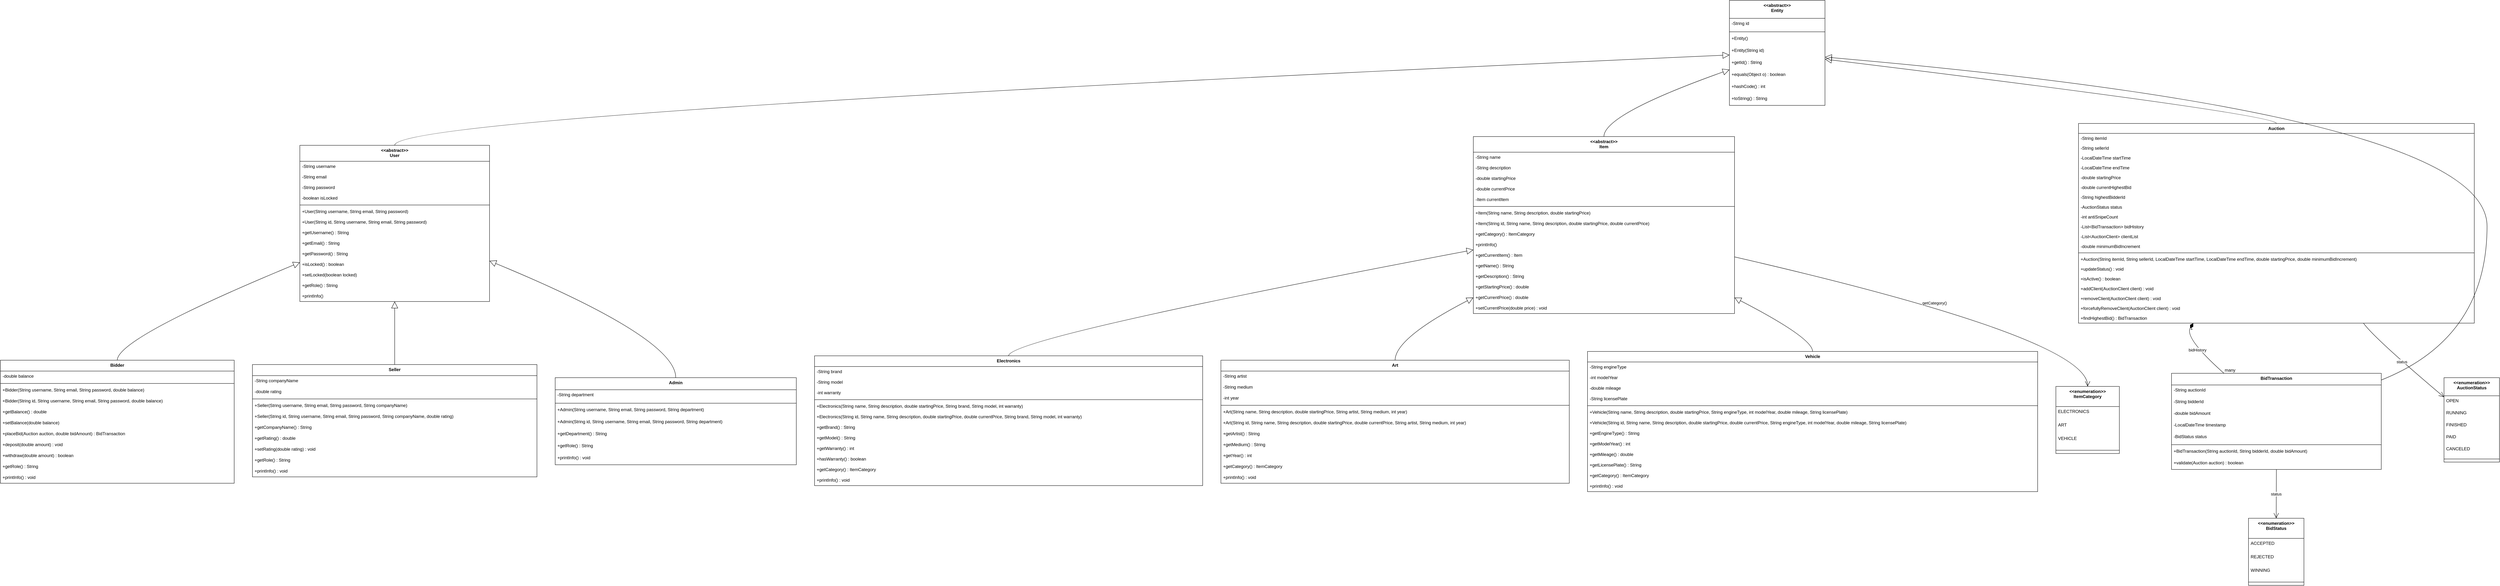
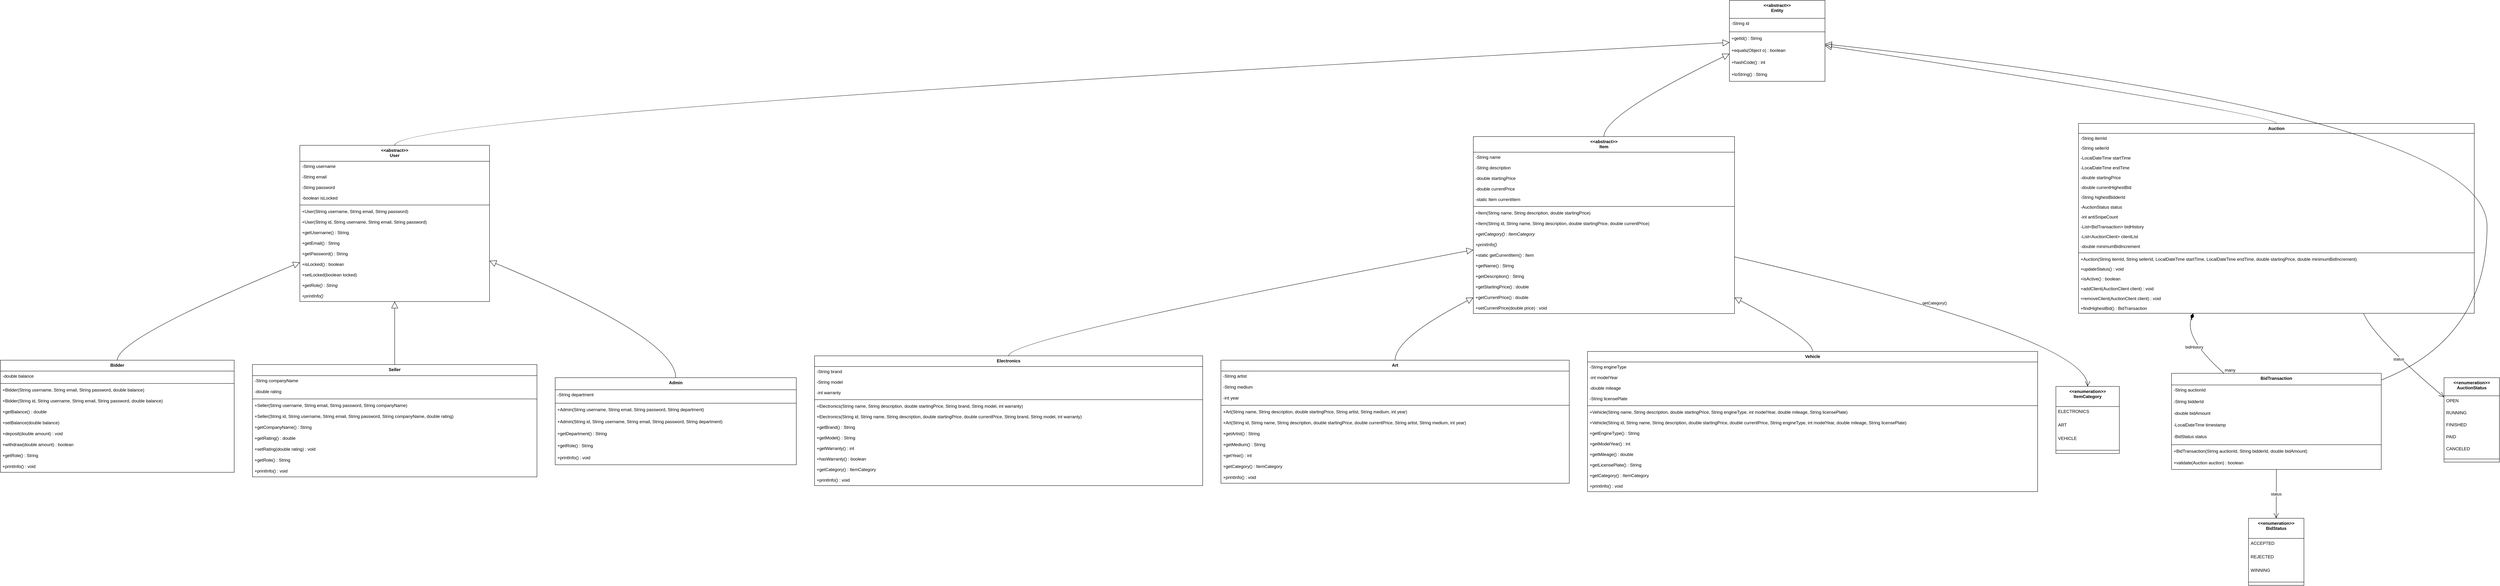
<mxfile host="Electron" agent="Mozilla/5.0 (Windows NT 10.0; Win64; x64) AppleWebKit/537.36 (KHTML, like Gecko) draw.io/29.6.1 Chrome/142.0.7444.265 Electron/39.8.0 Safari/537.36" version="29.6.1">
  <diagram name="Page-1" id="rOYq1dpTqhYQIcbEDvdS">
-     <mxGraphModel dx="4044" dy="2016" grid="1" gridSize="10" guides="1" tooltips="1" connect="1" arrows="1" fold="1" page="1" pageScale="1" pageWidth="850" pageHeight="1100" math="0" shadow="0">
+     <mxGraphModel dx="1123" dy="737" grid="1" gridSize="10" guides="1" tooltips="1" connect="1" arrows="1" fold="1" page="1" pageScale="1" pageWidth="850" pageHeight="1100" math="0" shadow="0">
      <root>
        <mxCell id="0" />
        <mxCell id="1" parent="0" />
        <mxCell id="Z0nGbswSWOeB_pwjrsik-1" parent="1" style="swimlane;fontStyle=1;align=center;verticalAlign=top;childLayout=stackLayout;horizontal=1;startSize=49.41176470588235;horizontalStack=0;resizeParent=1;resizeParentMax=0;resizeLast=0;collapsible=0;marginBottom=0;" value="&lt;&lt;abstract&gt;&gt;&#xa;Entity" vertex="1">
-           <mxGeometry height="288.4117647058823" width="262" x="4760" y="20" as="geometry" />
+           <mxGeometry height="222.41176470588235" width="262" x="4760" y="20" as="geometry" />
        </mxCell>
        <mxCell id="Z0nGbswSWOeB_pwjrsik-2" parent="Z0nGbswSWOeB_pwjrsik-1" style="text;strokeColor=none;fillColor=none;align=left;verticalAlign=top;spacingLeft=4;spacingRight=4;overflow=hidden;rotatable=0;points=[[0,0.5],[1,0.5]];portConstraint=eastwest;" value="-String id" vertex="1">
          <mxGeometry height="33" width="262" y="49.41176470588235" as="geometry" />
        </mxCell>
        <mxCell id="Z0nGbswSWOeB_pwjrsik-3" parent="Z0nGbswSWOeB_pwjrsik-1" style="line;strokeWidth=1;fillColor=none;align=left;verticalAlign=middle;spacingTop=-1;spacingLeft=3;spacingRight=3;rotatable=0;labelPosition=right;points=[];portConstraint=eastwest;strokeColor=inherit;" vertex="1">
          <mxGeometry height="8" width="262" y="82.41176470588235" as="geometry" />
        </mxCell>
-         <mxCell id="Z0nGbswSWOeB_pwjrsik-4" parent="Z0nGbswSWOeB_pwjrsik-1" style="text;strokeColor=none;fillColor=none;align=left;verticalAlign=top;spacingLeft=4;spacingRight=4;overflow=hidden;rotatable=0;points=[[0,0.5],[1,0.5]];portConstraint=eastwest;" value="+Entity()" vertex="1">
+         <mxCell id="Z0nGbswSWOeB_pwjrsik-6" parent="Z0nGbswSWOeB_pwjrsik-1" style="text;strokeColor=none;fillColor=none;align=left;verticalAlign=top;spacingLeft=4;spacingRight=4;overflow=hidden;rotatable=0;points=[[0,0.5],[1,0.5]];portConstraint=eastwest;" value="+getId() : String" vertex="1">
          <mxGeometry height="33" width="262" y="90.41176470588235" as="geometry" />
        </mxCell>
-         <mxCell id="Z0nGbswSWOeB_pwjrsik-5" parent="Z0nGbswSWOeB_pwjrsik-1" style="text;strokeColor=none;fillColor=none;align=left;verticalAlign=top;spacingLeft=4;spacingRight=4;overflow=hidden;rotatable=0;points=[[0,0.5],[1,0.5]];portConstraint=eastwest;" value="+Entity(String id)" vertex="1">
+         <mxCell id="Z0nGbswSWOeB_pwjrsik-7" parent="Z0nGbswSWOeB_pwjrsik-1" style="text;strokeColor=none;fillColor=none;align=left;verticalAlign=top;spacingLeft=4;spacingRight=4;overflow=hidden;rotatable=0;points=[[0,0.5],[1,0.5]];portConstraint=eastwest;" value="+equals(Object o) : boolean" vertex="1">
          <mxGeometry height="33" width="262" y="123.41176470588235" as="geometry" />
        </mxCell>
-         <mxCell id="Z0nGbswSWOeB_pwjrsik-6" parent="Z0nGbswSWOeB_pwjrsik-1" style="text;strokeColor=none;fillColor=none;align=left;verticalAlign=top;spacingLeft=4;spacingRight=4;overflow=hidden;rotatable=0;points=[[0,0.5],[1,0.5]];portConstraint=eastwest;" value="+getId() : String" vertex="1">
+         <mxCell id="Z0nGbswSWOeB_pwjrsik-8" parent="Z0nGbswSWOeB_pwjrsik-1" style="text;strokeColor=none;fillColor=none;align=left;verticalAlign=top;spacingLeft=4;spacingRight=4;overflow=hidden;rotatable=0;points=[[0,0.5],[1,0.5]];portConstraint=eastwest;" value="+hashCode() : int" vertex="1">
          <mxGeometry height="33" width="262" y="156.41176470588235" as="geometry" />
        </mxCell>
-         <mxCell id="Z0nGbswSWOeB_pwjrsik-7" parent="Z0nGbswSWOeB_pwjrsik-1" style="text;strokeColor=none;fillColor=none;align=left;verticalAlign=top;spacingLeft=4;spacingRight=4;overflow=hidden;rotatable=0;points=[[0,0.5],[1,0.5]];portConstraint=eastwest;" value="+equals(Object o) : boolean" vertex="1">
+         <mxCell id="Z0nGbswSWOeB_pwjrsik-9" parent="Z0nGbswSWOeB_pwjrsik-1" style="text;strokeColor=none;fillColor=none;align=left;verticalAlign=top;spacingLeft=4;spacingRight=4;overflow=hidden;rotatable=0;points=[[0,0.5],[1,0.5]];portConstraint=eastwest;" value="+toString() : String" vertex="1">
          <mxGeometry height="33" width="262" y="189.41176470588235" as="geometry" />
-         </mxCell>
-         <mxCell id="Z0nGbswSWOeB_pwjrsik-8" parent="Z0nGbswSWOeB_pwjrsik-1" style="text;strokeColor=none;fillColor=none;align=left;verticalAlign=top;spacingLeft=4;spacingRight=4;overflow=hidden;rotatable=0;points=[[0,0.5],[1,0.5]];portConstraint=eastwest;" value="+hashCode() : int" vertex="1">
-           <mxGeometry height="33" width="262" y="222.41176470588235" as="geometry" />
-         </mxCell>
-         <mxCell id="Z0nGbswSWOeB_pwjrsik-9" parent="Z0nGbswSWOeB_pwjrsik-1" style="text;strokeColor=none;fillColor=none;align=left;verticalAlign=top;spacingLeft=4;spacingRight=4;overflow=hidden;rotatable=0;points=[[0,0.5],[1,0.5]];portConstraint=eastwest;" value="+toString() : String" vertex="1">
-           <mxGeometry height="33" width="262" y="255.41176470588235" as="geometry" />
        </mxCell>
        <mxCell id="Z0nGbswSWOeB_pwjrsik-10" parent="1" style="swimlane;fontStyle=1;align=center;verticalAlign=top;childLayout=stackLayout;horizontal=1;startSize=43.862068965517246;horizontalStack=0;resizeParent=1;resizeParentMax=0;resizeLast=0;collapsible=0;marginBottom=0;" value="&lt;&lt;abstract&gt;&gt;&#xa;User" vertex="1">
          <mxGeometry height="428.8620689655172" width="520" x="841" y="418" as="geometry" />
        </mxCell>
        <mxCell id="Z0nGbswSWOeB_pwjrsik-11" parent="Z0nGbswSWOeB_pwjrsik-10" style="text;strokeColor=none;fillColor=none;align=left;verticalAlign=top;spacingLeft=4;spacingRight=4;overflow=hidden;rotatable=0;points=[[0,0.5],[1,0.5]];portConstraint=eastwest;" value="-String username" vertex="1">
          <mxGeometry height="29" width="520" y="43.862068965517246" as="geometry" />
        </mxCell>
        <mxCell id="Z0nGbswSWOeB_pwjrsik-12" parent="Z0nGbswSWOeB_pwjrsik-10" style="text;strokeColor=none;fillColor=none;align=left;verticalAlign=top;spacingLeft=4;spacingRight=4;overflow=hidden;rotatable=0;points=[[0,0.5],[1,0.5]];portConstraint=eastwest;" value="-String email" vertex="1">
          <mxGeometry height="29" width="520" y="72.86206896551724" as="geometry" />
        </mxCell>
        <mxCell id="Z0nGbswSWOeB_pwjrsik-13" parent="Z0nGbswSWOeB_pwjrsik-10" style="text;strokeColor=none;fillColor=none;align=left;verticalAlign=top;spacingLeft=4;spacingRight=4;overflow=hidden;rotatable=0;points=[[0,0.5],[1,0.5]];portConstraint=eastwest;" value="-String password" vertex="1">
          <mxGeometry height="29" width="520" y="101.86206896551724" as="geometry" />
        </mxCell>
        <mxCell id="Z0nGbswSWOeB_pwjrsik-14" parent="Z0nGbswSWOeB_pwjrsik-10" style="text;strokeColor=none;fillColor=none;align=left;verticalAlign=top;spacingLeft=4;spacingRight=4;overflow=hidden;rotatable=0;points=[[0,0.5],[1,0.5]];portConstraint=eastwest;" value="-boolean isLocked" vertex="1">
          <mxGeometry height="29" width="520" y="130.86206896551724" as="geometry" />
        </mxCell>
        <mxCell id="Z0nGbswSWOeB_pwjrsik-15" parent="Z0nGbswSWOeB_pwjrsik-10" style="line;strokeWidth=1;fillColor=none;align=left;verticalAlign=middle;spacingTop=-1;spacingLeft=3;spacingRight=3;rotatable=0;labelPosition=right;points=[];portConstraint=eastwest;strokeColor=inherit;" vertex="1">
          <mxGeometry height="8" width="520" y="159.86206896551724" as="geometry" />
        </mxCell>
        <mxCell id="Z0nGbswSWOeB_pwjrsik-16" parent="Z0nGbswSWOeB_pwjrsik-10" style="text;strokeColor=none;fillColor=none;align=left;verticalAlign=top;spacingLeft=4;spacingRight=4;overflow=hidden;rotatable=0;points=[[0,0.5],[1,0.5]];portConstraint=eastwest;" value="+User(String username, String email, String password)" vertex="1">
          <mxGeometry height="29" width="520" y="167.86206896551724" as="geometry" />
        </mxCell>
        <mxCell id="Z0nGbswSWOeB_pwjrsik-17" parent="Z0nGbswSWOeB_pwjrsik-10" style="text;strokeColor=none;fillColor=none;align=left;verticalAlign=top;spacingLeft=4;spacingRight=4;overflow=hidden;rotatable=0;points=[[0,0.5],[1,0.5]];portConstraint=eastwest;" value="+User(String id, String username, String email, String password)" vertex="1">
          <mxGeometry height="29" width="520" y="196.86206896551724" as="geometry" />
        </mxCell>
        <mxCell id="Z0nGbswSWOeB_pwjrsik-18" parent="Z0nGbswSWOeB_pwjrsik-10" style="text;strokeColor=none;fillColor=none;align=left;verticalAlign=top;spacingLeft=4;spacingRight=4;overflow=hidden;rotatable=0;points=[[0,0.5],[1,0.5]];portConstraint=eastwest;" value="+getUsername() : String" vertex="1">
          <mxGeometry height="29" width="520" y="225.86206896551724" as="geometry" />
        </mxCell>
        <mxCell id="Z0nGbswSWOeB_pwjrsik-19" parent="Z0nGbswSWOeB_pwjrsik-10" style="text;strokeColor=none;fillColor=none;align=left;verticalAlign=top;spacingLeft=4;spacingRight=4;overflow=hidden;rotatable=0;points=[[0,0.5],[1,0.5]];portConstraint=eastwest;" value="+getEmail() : String" vertex="1">
          <mxGeometry height="29" width="520" y="254.86206896551724" as="geometry" />
        </mxCell>
        <mxCell id="Z0nGbswSWOeB_pwjrsik-20" parent="Z0nGbswSWOeB_pwjrsik-10" style="text;strokeColor=none;fillColor=none;align=left;verticalAlign=top;spacingLeft=4;spacingRight=4;overflow=hidden;rotatable=0;points=[[0,0.5],[1,0.5]];portConstraint=eastwest;" value="+getPassword() : String" vertex="1">
          <mxGeometry height="29" width="520" y="283.8620689655172" as="geometry" />
        </mxCell>
        <mxCell id="Z0nGbswSWOeB_pwjrsik-21" parent="Z0nGbswSWOeB_pwjrsik-10" style="text;strokeColor=none;fillColor=none;align=left;verticalAlign=top;spacingLeft=4;spacingRight=4;overflow=hidden;rotatable=0;points=[[0,0.5],[1,0.5]];portConstraint=eastwest;" value="+isLocked() : boolean" vertex="1">
          <mxGeometry height="29" width="520" y="312.8620689655172" as="geometry" />
        </mxCell>
        <mxCell id="Z0nGbswSWOeB_pwjrsik-22" parent="Z0nGbswSWOeB_pwjrsik-10" style="text;strokeColor=none;fillColor=none;align=left;verticalAlign=top;spacingLeft=4;spacingRight=4;overflow=hidden;rotatable=0;points=[[0,0.5],[1,0.5]];portConstraint=eastwest;" value="+setLocked(boolean locked)" vertex="1">
          <mxGeometry height="29" width="520" y="341.8620689655172" as="geometry" />
        </mxCell>
-         <mxCell id="Z0nGbswSWOeB_pwjrsik-23" parent="Z0nGbswSWOeB_pwjrsik-10" style="text;strokeColor=none;fillColor=none;align=left;verticalAlign=top;spacingLeft=4;spacingRight=4;overflow=hidden;rotatable=0;points=[[0,0.5],[1,0.5]];portConstraint=eastwest;" value="+getRole() : String" vertex="1">
+         <mxCell id="Z0nGbswSWOeB_pwjrsik-23" parent="Z0nGbswSWOeB_pwjrsik-10" style="text;strokeColor=none;fillColor=none;align=left;verticalAlign=top;spacingLeft=4;spacingRight=4;overflow=hidden;rotatable=0;points=[[0,0.5],[1,0.5]];portConstraint=eastwest;fontStyle=2" value="+getRole() : String" vertex="1">
          <mxGeometry height="29" width="520" y="370.8620689655172" as="geometry" />
        </mxCell>
-         <mxCell id="Z0nGbswSWOeB_pwjrsik-24" parent="Z0nGbswSWOeB_pwjrsik-10" style="text;strokeColor=none;fillColor=none;align=left;verticalAlign=top;spacingLeft=4;spacingRight=4;overflow=hidden;rotatable=0;points=[[0,0.5],[1,0.5]];portConstraint=eastwest;" value="+printInfo()" vertex="1">
+         <mxCell id="Z0nGbswSWOeB_pwjrsik-24" parent="Z0nGbswSWOeB_pwjrsik-10" style="text;strokeColor=none;fillColor=none;align=left;verticalAlign=top;spacingLeft=4;spacingRight=4;overflow=hidden;rotatable=0;points=[[0,0.5],[1,0.5]];portConstraint=eastwest;fontStyle=2" value="+printInfo()" vertex="1">
          <mxGeometry height="29" width="520" y="399.8620689655172" as="geometry" />
        </mxCell>
        <mxCell id="Z0nGbswSWOeB_pwjrsik-25" parent="1" style="swimlane;fontStyle=1;align=center;verticalAlign=top;childLayout=stackLayout;horizontal=1;startSize=29.818181818181817;horizontalStack=0;resizeParent=1;resizeParentMax=0;resizeLast=0;collapsible=0;marginBottom=0;" value="Bidder" vertex="1">
-           <mxGeometry height="337.8181818181818" width="641" x="20" y="1008" as="geometry" />
+           <mxGeometry height="307.8181818181818" width="641" x="20" y="1008" as="geometry" />
        </mxCell>
        <mxCell id="Z0nGbswSWOeB_pwjrsik-26" parent="Z0nGbswSWOeB_pwjrsik-25" style="text;strokeColor=none;fillColor=none;align=left;verticalAlign=top;spacingLeft=4;spacingRight=4;overflow=hidden;rotatable=0;points=[[0,0.5],[1,0.5]];portConstraint=eastwest;" value="-double balance" vertex="1">
          <mxGeometry height="30" width="641" y="29.818181818181817" as="geometry" />
        </mxCell>
        <mxCell id="Z0nGbswSWOeB_pwjrsik-27" parent="Z0nGbswSWOeB_pwjrsik-25" style="line;strokeWidth=1;fillColor=none;align=left;verticalAlign=middle;spacingTop=-1;spacingLeft=3;spacingRight=3;rotatable=0;labelPosition=right;points=[];portConstraint=eastwest;strokeColor=inherit;" vertex="1">
          <mxGeometry height="8" width="641" y="59.81818181818181" as="geometry" />
        </mxCell>
        <mxCell id="Z0nGbswSWOeB_pwjrsik-28" parent="Z0nGbswSWOeB_pwjrsik-25" style="text;strokeColor=none;fillColor=none;align=left;verticalAlign=top;spacingLeft=4;spacingRight=4;overflow=hidden;rotatable=0;points=[[0,0.5],[1,0.5]];portConstraint=eastwest;" value="+Bidder(String username, String email, String password, double balance)" vertex="1">
          <mxGeometry height="30" width="641" y="67.81818181818181" as="geometry" />
        </mxCell>
        <mxCell id="Z0nGbswSWOeB_pwjrsik-29" parent="Z0nGbswSWOeB_pwjrsik-25" style="text;strokeColor=none;fillColor=none;align=left;verticalAlign=top;spacingLeft=4;spacingRight=4;overflow=hidden;rotatable=0;points=[[0,0.5],[1,0.5]];portConstraint=eastwest;" value="+Bidder(String id, String username, String email, String password, double balance)" vertex="1">
          <mxGeometry height="30" width="641" y="97.81818181818181" as="geometry" />
        </mxCell>
        <mxCell id="Z0nGbswSWOeB_pwjrsik-30" parent="Z0nGbswSWOeB_pwjrsik-25" style="text;strokeColor=none;fillColor=none;align=left;verticalAlign=top;spacingLeft=4;spacingRight=4;overflow=hidden;rotatable=0;points=[[0,0.5],[1,0.5]];portConstraint=eastwest;" value="+getBalance() : double" vertex="1">
          <mxGeometry height="30" width="641" y="127.81818181818181" as="geometry" />
        </mxCell>
        <mxCell id="Z0nGbswSWOeB_pwjrsik-31" parent="Z0nGbswSWOeB_pwjrsik-25" style="text;strokeColor=none;fillColor=none;align=left;verticalAlign=top;spacingLeft=4;spacingRight=4;overflow=hidden;rotatable=0;points=[[0,0.5],[1,0.5]];portConstraint=eastwest;" value="+setBalance(double balance)" vertex="1">
          <mxGeometry height="30" width="641" y="157.8181818181818" as="geometry" />
        </mxCell>
-         <mxCell id="Z0nGbswSWOeB_pwjrsik-32" parent="Z0nGbswSWOeB_pwjrsik-25" style="text;strokeColor=none;fillColor=none;align=left;verticalAlign=top;spacingLeft=4;spacingRight=4;overflow=hidden;rotatable=0;points=[[0,0.5],[1,0.5]];portConstraint=eastwest;" value="+placeBid(Auction auction, double bidAmount) : BidTransaction" vertex="1">
+         <mxCell id="Z0nGbswSWOeB_pwjrsik-33" parent="Z0nGbswSWOeB_pwjrsik-25" style="text;strokeColor=none;fillColor=none;align=left;verticalAlign=top;spacingLeft=4;spacingRight=4;overflow=hidden;rotatable=0;points=[[0,0.5],[1,0.5]];portConstraint=eastwest;" value="+deposit(double amount) : void" vertex="1">
          <mxGeometry height="30" width="641" y="187.8181818181818" as="geometry" />
        </mxCell>
-         <mxCell id="Z0nGbswSWOeB_pwjrsik-33" parent="Z0nGbswSWOeB_pwjrsik-25" style="text;strokeColor=none;fillColor=none;align=left;verticalAlign=top;spacingLeft=4;spacingRight=4;overflow=hidden;rotatable=0;points=[[0,0.5],[1,0.5]];portConstraint=eastwest;" value="+deposit(double amount) : void" vertex="1">
+         <mxCell id="Z0nGbswSWOeB_pwjrsik-34" parent="Z0nGbswSWOeB_pwjrsik-25" style="text;strokeColor=none;fillColor=none;align=left;verticalAlign=top;spacingLeft=4;spacingRight=4;overflow=hidden;rotatable=0;points=[[0,0.5],[1,0.5]];portConstraint=eastwest;" value="+withdraw(double amount) : boolean" vertex="1">
          <mxGeometry height="30" width="641" y="217.8181818181818" as="geometry" />
        </mxCell>
-         <mxCell id="Z0nGbswSWOeB_pwjrsik-34" parent="Z0nGbswSWOeB_pwjrsik-25" style="text;strokeColor=none;fillColor=none;align=left;verticalAlign=top;spacingLeft=4;spacingRight=4;overflow=hidden;rotatable=0;points=[[0,0.5],[1,0.5]];portConstraint=eastwest;" value="+withdraw(double amount) : boolean" vertex="1">
+         <mxCell id="Z0nGbswSWOeB_pwjrsik-35" parent="Z0nGbswSWOeB_pwjrsik-25" style="text;strokeColor=none;fillColor=none;align=left;verticalAlign=top;spacingLeft=4;spacingRight=4;overflow=hidden;rotatable=0;points=[[0,0.5],[1,0.5]];portConstraint=eastwest;" value="+getRole() : String" vertex="1">
          <mxGeometry height="30" width="641" y="247.8181818181818" as="geometry" />
        </mxCell>
-         <mxCell id="Z0nGbswSWOeB_pwjrsik-35" parent="Z0nGbswSWOeB_pwjrsik-25" style="text;strokeColor=none;fillColor=none;align=left;verticalAlign=top;spacingLeft=4;spacingRight=4;overflow=hidden;rotatable=0;points=[[0,0.5],[1,0.5]];portConstraint=eastwest;" value="+getRole() : String" vertex="1">
+         <mxCell id="Z0nGbswSWOeB_pwjrsik-36" parent="Z0nGbswSWOeB_pwjrsik-25" style="text;strokeColor=none;fillColor=none;align=left;verticalAlign=top;spacingLeft=4;spacingRight=4;overflow=hidden;rotatable=0;points=[[0,0.5],[1,0.5]];portConstraint=eastwest;" value="+printInfo() : void" vertex="1">
          <mxGeometry height="30" width="641" y="277.8181818181818" as="geometry" />
-         </mxCell>
-         <mxCell id="Z0nGbswSWOeB_pwjrsik-36" parent="Z0nGbswSWOeB_pwjrsik-25" style="text;strokeColor=none;fillColor=none;align=left;verticalAlign=top;spacingLeft=4;spacingRight=4;overflow=hidden;rotatable=0;points=[[0,0.5],[1,0.5]];portConstraint=eastwest;" value="+printInfo() : void" vertex="1">
-           <mxGeometry height="30" width="641" y="307.8181818181818" as="geometry" />
        </mxCell>
        <mxCell id="Z0nGbswSWOeB_pwjrsik-37" parent="1" style="swimlane;fontStyle=1;align=center;verticalAlign=top;childLayout=stackLayout;horizontal=1;startSize=30.4;horizontalStack=0;resizeParent=1;resizeParentMax=0;resizeLast=0;collapsible=0;marginBottom=0;" value="Seller" vertex="1">
          <mxGeometry height="308.4" width="780" x="711" y="1020" as="geometry" />
        </mxCell>
        <mxCell id="Z0nGbswSWOeB_pwjrsik-38" parent="Z0nGbswSWOeB_pwjrsik-37" style="text;strokeColor=none;fillColor=none;align=left;verticalAlign=top;spacingLeft=4;spacingRight=4;overflow=hidden;rotatable=0;points=[[0,0.5],[1,0.5]];portConstraint=eastwest;" value="-String companyName" vertex="1">
          <mxGeometry height="30" width="780" y="30.4" as="geometry" />
        </mxCell>
        <mxCell id="Z0nGbswSWOeB_pwjrsik-39" parent="Z0nGbswSWOeB_pwjrsik-37" style="text;strokeColor=none;fillColor=none;align=left;verticalAlign=top;spacingLeft=4;spacingRight=4;overflow=hidden;rotatable=0;points=[[0,0.5],[1,0.5]];portConstraint=eastwest;" value="-double rating" vertex="1">
          <mxGeometry height="30" width="780" y="60.4" as="geometry" />
        </mxCell>
        <mxCell id="Z0nGbswSWOeB_pwjrsik-40" parent="Z0nGbswSWOeB_pwjrsik-37" style="line;strokeWidth=1;fillColor=none;align=left;verticalAlign=middle;spacingTop=-1;spacingLeft=3;spacingRight=3;rotatable=0;labelPosition=right;points=[];portConstraint=eastwest;strokeColor=inherit;" vertex="1">
          <mxGeometry height="8" width="780" y="90.4" as="geometry" />
        </mxCell>
        <mxCell id="Z0nGbswSWOeB_pwjrsik-41" parent="Z0nGbswSWOeB_pwjrsik-37" style="text;strokeColor=none;fillColor=none;align=left;verticalAlign=top;spacingLeft=4;spacingRight=4;overflow=hidden;rotatable=0;points=[[0,0.5],[1,0.5]];portConstraint=eastwest;" value="+Seller(String username, String email, String password, String companyName)" vertex="1">
          <mxGeometry height="30" width="780" y="98.4" as="geometry" />
        </mxCell>
        <mxCell id="Z0nGbswSWOeB_pwjrsik-42" parent="Z0nGbswSWOeB_pwjrsik-37" style="text;strokeColor=none;fillColor=none;align=left;verticalAlign=top;spacingLeft=4;spacingRight=4;overflow=hidden;rotatable=0;points=[[0,0.5],[1,0.5]];portConstraint=eastwest;" value="+Seller(String id, String username, String email, String password, String companyName, double rating)" vertex="1">
          <mxGeometry height="30" width="780" y="128.4" as="geometry" />
        </mxCell>
        <mxCell id="Z0nGbswSWOeB_pwjrsik-43" parent="Z0nGbswSWOeB_pwjrsik-37" style="text;strokeColor=none;fillColor=none;align=left;verticalAlign=top;spacingLeft=4;spacingRight=4;overflow=hidden;rotatable=0;points=[[0,0.5],[1,0.5]];portConstraint=eastwest;" value="+getCompanyName() : String" vertex="1">
          <mxGeometry height="30" width="780" y="158.4" as="geometry" />
        </mxCell>
        <mxCell id="Z0nGbswSWOeB_pwjrsik-44" parent="Z0nGbswSWOeB_pwjrsik-37" style="text;strokeColor=none;fillColor=none;align=left;verticalAlign=top;spacingLeft=4;spacingRight=4;overflow=hidden;rotatable=0;points=[[0,0.5],[1,0.5]];portConstraint=eastwest;" value="+getRating() : double" vertex="1">
          <mxGeometry height="30" width="780" y="188.4" as="geometry" />
        </mxCell>
        <mxCell id="Z0nGbswSWOeB_pwjrsik-45" parent="Z0nGbswSWOeB_pwjrsik-37" style="text;strokeColor=none;fillColor=none;align=left;verticalAlign=top;spacingLeft=4;spacingRight=4;overflow=hidden;rotatable=0;points=[[0,0.5],[1,0.5]];portConstraint=eastwest;" value="+setRating(double rating) : void" vertex="1">
          <mxGeometry height="30" width="780" y="218.4" as="geometry" />
        </mxCell>
        <mxCell id="Z0nGbswSWOeB_pwjrsik-46" parent="Z0nGbswSWOeB_pwjrsik-37" style="text;strokeColor=none;fillColor=none;align=left;verticalAlign=top;spacingLeft=4;spacingRight=4;overflow=hidden;rotatable=0;points=[[0,0.5],[1,0.5]];portConstraint=eastwest;" value="+getRole() : String" vertex="1">
          <mxGeometry height="30" width="780" y="248.4" as="geometry" />
        </mxCell>
        <mxCell id="Z0nGbswSWOeB_pwjrsik-47" parent="Z0nGbswSWOeB_pwjrsik-37" style="text;strokeColor=none;fillColor=none;align=left;verticalAlign=top;spacingLeft=4;spacingRight=4;overflow=hidden;rotatable=0;points=[[0,0.5],[1,0.5]];portConstraint=eastwest;" value="+printInfo() : void" vertex="1">
          <mxGeometry height="30" width="780" y="278.4" as="geometry" />
        </mxCell>
        <mxCell id="Z0nGbswSWOeB_pwjrsik-48" parent="1" style="swimlane;fontStyle=1;align=center;verticalAlign=top;childLayout=stackLayout;horizontal=1;startSize=33.142857142857146;horizontalStack=0;resizeParent=1;resizeParentMax=0;resizeLast=0;collapsible=0;marginBottom=0;" value="Admin" vertex="1">
          <mxGeometry height="239.14285714285714" width="661" x="1541" y="1056" as="geometry" />
        </mxCell>
        <mxCell id="Z0nGbswSWOeB_pwjrsik-49" parent="Z0nGbswSWOeB_pwjrsik-48" style="text;strokeColor=none;fillColor=none;align=left;verticalAlign=top;spacingLeft=4;spacingRight=4;overflow=hidden;rotatable=0;points=[[0,0.5],[1,0.5]];portConstraint=eastwest;" value="-String department" vertex="1">
          <mxGeometry height="33" width="661" y="33.142857142857146" as="geometry" />
        </mxCell>
        <mxCell id="Z0nGbswSWOeB_pwjrsik-50" parent="Z0nGbswSWOeB_pwjrsik-48" style="line;strokeWidth=1;fillColor=none;align=left;verticalAlign=middle;spacingTop=-1;spacingLeft=3;spacingRight=3;rotatable=0;labelPosition=right;points=[];portConstraint=eastwest;strokeColor=inherit;" vertex="1">
          <mxGeometry height="8" width="661" y="66.14285714285714" as="geometry" />
        </mxCell>
        <mxCell id="Z0nGbswSWOeB_pwjrsik-51" parent="Z0nGbswSWOeB_pwjrsik-48" style="text;strokeColor=none;fillColor=none;align=left;verticalAlign=top;spacingLeft=4;spacingRight=4;overflow=hidden;rotatable=0;points=[[0,0.5],[1,0.5]];portConstraint=eastwest;" value="+Admin(String username, String email, String password, String department)" vertex="1">
          <mxGeometry height="33" width="661" y="74.14285714285714" as="geometry" />
        </mxCell>
        <mxCell id="Z0nGbswSWOeB_pwjrsik-52" parent="Z0nGbswSWOeB_pwjrsik-48" style="text;strokeColor=none;fillColor=none;align=left;verticalAlign=top;spacingLeft=4;spacingRight=4;overflow=hidden;rotatable=0;points=[[0,0.5],[1,0.5]];portConstraint=eastwest;" value="+Admin(String id, String username, String email, String password, String department)" vertex="1">
          <mxGeometry height="33" width="661" y="107.14285714285714" as="geometry" />
        </mxCell>
        <mxCell id="Z0nGbswSWOeB_pwjrsik-53" parent="Z0nGbswSWOeB_pwjrsik-48" style="text;strokeColor=none;fillColor=none;align=left;verticalAlign=top;spacingLeft=4;spacingRight=4;overflow=hidden;rotatable=0;points=[[0,0.5],[1,0.5]];portConstraint=eastwest;" value="+getDepartment() : String" vertex="1">
          <mxGeometry height="33" width="661" y="140.14285714285714" as="geometry" />
        </mxCell>
        <mxCell id="Z0nGbswSWOeB_pwjrsik-54" parent="Z0nGbswSWOeB_pwjrsik-48" style="text;strokeColor=none;fillColor=none;align=left;verticalAlign=top;spacingLeft=4;spacingRight=4;overflow=hidden;rotatable=0;points=[[0,0.5],[1,0.5]];portConstraint=eastwest;" value="+getRole() : String" vertex="1">
          <mxGeometry height="33" width="661" y="173.14285714285714" as="geometry" />
        </mxCell>
        <mxCell id="Z0nGbswSWOeB_pwjrsik-55" parent="Z0nGbswSWOeB_pwjrsik-48" style="text;strokeColor=none;fillColor=none;align=left;verticalAlign=top;spacingLeft=4;spacingRight=4;overflow=hidden;rotatable=0;points=[[0,0.5],[1,0.5]];portConstraint=eastwest;" value="+printInfo() : void" vertex="1">
          <mxGeometry height="33" width="661" y="206.14285714285714" as="geometry" />
        </mxCell>
        <mxCell id="Z0nGbswSWOeB_pwjrsik-56" parent="1" style="swimlane;fontStyle=1;align=center;verticalAlign=top;childLayout=stackLayout;horizontal=1;startSize=42.90909090909091;horizontalStack=0;resizeParent=1;resizeParentMax=0;resizeLast=0;collapsible=0;marginBottom=0;" value="&lt;&lt;abstract&gt;&gt;&#xa;Item" vertex="1">
          <mxGeometry height="485.9090909090909" width="716" x="4058" y="394" as="geometry" />
        </mxCell>
        <mxCell id="Z0nGbswSWOeB_pwjrsik-57" parent="Z0nGbswSWOeB_pwjrsik-56" style="text;strokeColor=none;fillColor=none;align=left;verticalAlign=top;spacingLeft=4;spacingRight=4;overflow=hidden;rotatable=0;points=[[0,0.5],[1,0.5]];portConstraint=eastwest;" value="-String name" vertex="1">
          <mxGeometry height="29" width="716" y="42.90909090909091" as="geometry" />
        </mxCell>
        <mxCell id="Z0nGbswSWOeB_pwjrsik-58" parent="Z0nGbswSWOeB_pwjrsik-56" style="text;strokeColor=none;fillColor=none;align=left;verticalAlign=top;spacingLeft=4;spacingRight=4;overflow=hidden;rotatable=0;points=[[0,0.5],[1,0.5]];portConstraint=eastwest;" value="-String description" vertex="1">
          <mxGeometry height="29" width="716" y="71.9090909090909" as="geometry" />
        </mxCell>
        <mxCell id="Z0nGbswSWOeB_pwjrsik-59" parent="Z0nGbswSWOeB_pwjrsik-56" style="text;strokeColor=none;fillColor=none;align=left;verticalAlign=top;spacingLeft=4;spacingRight=4;overflow=hidden;rotatable=0;points=[[0,0.5],[1,0.5]];portConstraint=eastwest;" value="-double startingPrice" vertex="1">
          <mxGeometry height="29" width="716" y="100.9090909090909" as="geometry" />
        </mxCell>
        <mxCell id="Z0nGbswSWOeB_pwjrsik-60" parent="Z0nGbswSWOeB_pwjrsik-56" style="text;strokeColor=none;fillColor=none;align=left;verticalAlign=top;spacingLeft=4;spacingRight=4;overflow=hidden;rotatable=0;points=[[0,0.5],[1,0.5]];portConstraint=eastwest;" value="-double currentPrice" vertex="1">
          <mxGeometry height="29" width="716" y="129.9090909090909" as="geometry" />
        </mxCell>
-         <mxCell id="Z0nGbswSWOeB_pwjrsik-61" parent="Z0nGbswSWOeB_pwjrsik-56" style="text;strokeColor=none;fillColor=none;align=left;verticalAlign=top;spacingLeft=4;spacingRight=4;overflow=hidden;rotatable=0;points=[[0,0.5],[1,0.5]];portConstraint=eastwest;" value="-Item currentItem" vertex="1">
+         <mxCell id="Z0nGbswSWOeB_pwjrsik-61" parent="Z0nGbswSWOeB_pwjrsik-56" style="text;strokeColor=none;fillColor=none;align=left;verticalAlign=top;spacingLeft=4;spacingRight=4;overflow=hidden;rotatable=0;points=[[0,0.5],[1,0.5]];portConstraint=eastwest;" value="-static Item currentItem" vertex="1">
          <mxGeometry height="29" width="716" y="158.9090909090909" as="geometry" />
        </mxCell>
        <mxCell id="Z0nGbswSWOeB_pwjrsik-62" parent="Z0nGbswSWOeB_pwjrsik-56" style="line;strokeWidth=1;fillColor=none;align=left;verticalAlign=middle;spacingTop=-1;spacingLeft=3;spacingRight=3;rotatable=0;labelPosition=right;points=[];portConstraint=eastwest;strokeColor=inherit;" vertex="1">
          <mxGeometry height="8" width="716" y="187.9090909090909" as="geometry" />
        </mxCell>
        <mxCell id="Z0nGbswSWOeB_pwjrsik-63" parent="Z0nGbswSWOeB_pwjrsik-56" style="text;strokeColor=none;fillColor=none;align=left;verticalAlign=top;spacingLeft=4;spacingRight=4;overflow=hidden;rotatable=0;points=[[0,0.5],[1,0.5]];portConstraint=eastwest;" value="+Item(String name, String description, double startingPrice)" vertex="1">
          <mxGeometry height="29" width="716" y="195.9090909090909" as="geometry" />
        </mxCell>
        <mxCell id="Z0nGbswSWOeB_pwjrsik-64" parent="Z0nGbswSWOeB_pwjrsik-56" style="text;strokeColor=none;fillColor=none;align=left;verticalAlign=top;spacingLeft=4;spacingRight=4;overflow=hidden;rotatable=0;points=[[0,0.5],[1,0.5]];portConstraint=eastwest;" value="+Item(String id, String name, String description, double startingPrice, double currentPrice)" vertex="1">
          <mxGeometry height="29" width="716" y="224.9090909090909" as="geometry" />
        </mxCell>
-         <mxCell id="Z0nGbswSWOeB_pwjrsik-65" parent="Z0nGbswSWOeB_pwjrsik-56" style="text;strokeColor=none;fillColor=none;align=left;verticalAlign=top;spacingLeft=4;spacingRight=4;overflow=hidden;rotatable=0;points=[[0,0.5],[1,0.5]];portConstraint=eastwest;" value="+getCategory() : ItemCategory" vertex="1">
+         <mxCell id="Z0nGbswSWOeB_pwjrsik-65" parent="Z0nGbswSWOeB_pwjrsik-56" style="text;strokeColor=none;fillColor=none;align=left;verticalAlign=top;spacingLeft=4;spacingRight=4;overflow=hidden;rotatable=0;points=[[0,0.5],[1,0.5]];portConstraint=eastwest;fontStyle=2" value="+getCategory() : ItemCategory" vertex="1">
          <mxGeometry height="29" width="716" y="253.9090909090909" as="geometry" />
        </mxCell>
-         <mxCell id="Z0nGbswSWOeB_pwjrsik-66" parent="Z0nGbswSWOeB_pwjrsik-56" style="text;strokeColor=none;fillColor=none;align=left;verticalAlign=top;spacingLeft=4;spacingRight=4;overflow=hidden;rotatable=0;points=[[0,0.5],[1,0.5]];portConstraint=eastwest;" value="+printInfo()" vertex="1">
+         <mxCell id="Z0nGbswSWOeB_pwjrsik-66" parent="Z0nGbswSWOeB_pwjrsik-56" style="text;strokeColor=none;fillColor=none;align=left;verticalAlign=top;spacingLeft=4;spacingRight=4;overflow=hidden;rotatable=0;points=[[0,0.5],[1,0.5]];portConstraint=eastwest;fontStyle=2" value="+printInfo()" vertex="1">
          <mxGeometry height="29" width="716" y="282.9090909090909" as="geometry" />
        </mxCell>
-         <mxCell id="Z0nGbswSWOeB_pwjrsik-67" parent="Z0nGbswSWOeB_pwjrsik-56" style="text;strokeColor=none;fillColor=none;align=left;verticalAlign=top;spacingLeft=4;spacingRight=4;overflow=hidden;rotatable=0;points=[[0,0.5],[1,0.5]];portConstraint=eastwest;" value="+getCurrentItem() : Item" vertex="1">
+         <mxCell id="Z0nGbswSWOeB_pwjrsik-67" parent="Z0nGbswSWOeB_pwjrsik-56" style="text;strokeColor=none;fillColor=none;align=left;verticalAlign=top;spacingLeft=4;spacingRight=4;overflow=hidden;rotatable=0;points=[[0,0.5],[1,0.5]];portConstraint=eastwest;" value="+static getCurrentItem() : Item" vertex="1">
          <mxGeometry height="29" width="716" y="311.9090909090909" as="geometry" />
        </mxCell>
        <mxCell id="Z0nGbswSWOeB_pwjrsik-68" parent="Z0nGbswSWOeB_pwjrsik-56" style="text;strokeColor=none;fillColor=none;align=left;verticalAlign=top;spacingLeft=4;spacingRight=4;overflow=hidden;rotatable=0;points=[[0,0.5],[1,0.5]];portConstraint=eastwest;" value="+getName() : String" vertex="1">
          <mxGeometry height="29" width="716" y="340.9090909090909" as="geometry" />
        </mxCell>
        <mxCell id="Z0nGbswSWOeB_pwjrsik-69" parent="Z0nGbswSWOeB_pwjrsik-56" style="text;strokeColor=none;fillColor=none;align=left;verticalAlign=top;spacingLeft=4;spacingRight=4;overflow=hidden;rotatable=0;points=[[0,0.5],[1,0.5]];portConstraint=eastwest;" value="+getDescription() : String" vertex="1">
          <mxGeometry height="29" width="716" y="369.9090909090909" as="geometry" />
        </mxCell>
        <mxCell id="Z0nGbswSWOeB_pwjrsik-70" parent="Z0nGbswSWOeB_pwjrsik-56" style="text;strokeColor=none;fillColor=none;align=left;verticalAlign=top;spacingLeft=4;spacingRight=4;overflow=hidden;rotatable=0;points=[[0,0.5],[1,0.5]];portConstraint=eastwest;" value="+getStartingPrice() : double" vertex="1">
          <mxGeometry height="29" width="716" y="398.9090909090909" as="geometry" />
        </mxCell>
        <mxCell id="Z0nGbswSWOeB_pwjrsik-71" parent="Z0nGbswSWOeB_pwjrsik-56" style="text;strokeColor=none;fillColor=none;align=left;verticalAlign=top;spacingLeft=4;spacingRight=4;overflow=hidden;rotatable=0;points=[[0,0.5],[1,0.5]];portConstraint=eastwest;" value="+getCurrentPrice() : double" vertex="1">
          <mxGeometry height="29" width="716" y="427.9090909090909" as="geometry" />
        </mxCell>
        <mxCell id="Z0nGbswSWOeB_pwjrsik-72" parent="Z0nGbswSWOeB_pwjrsik-56" style="text;strokeColor=none;fillColor=none;align=left;verticalAlign=top;spacingLeft=4;spacingRight=4;overflow=hidden;rotatable=0;points=[[0,0.5],[1,0.5]];portConstraint=eastwest;" value="+setCurrentPrice(double price) : void" vertex="1">
          <mxGeometry height="29" width="716" y="456.9090909090909" as="geometry" />
        </mxCell>
        <mxCell id="Z0nGbswSWOeB_pwjrsik-73" parent="1" style="swimlane;fontStyle=1;align=center;verticalAlign=top;childLayout=stackLayout;horizontal=1;startSize=29.333333333333332;horizontalStack=0;resizeParent=1;resizeParentMax=0;resizeLast=0;collapsible=0;marginBottom=0;" value="Electronics" vertex="1">
          <mxGeometry height="356.3333333333333" width="1064" x="2252" y="996" as="geometry" />
        </mxCell>
        <mxCell id="Z0nGbswSWOeB_pwjrsik-74" parent="Z0nGbswSWOeB_pwjrsik-73" style="text;strokeColor=none;fillColor=none;align=left;verticalAlign=top;spacingLeft=4;spacingRight=4;overflow=hidden;rotatable=0;points=[[0,0.5],[1,0.5]];portConstraint=eastwest;" value="-String brand" vertex="1">
          <mxGeometry height="29" width="1064" y="29.333333333333332" as="geometry" />
        </mxCell>
        <mxCell id="Z0nGbswSWOeB_pwjrsik-75" parent="Z0nGbswSWOeB_pwjrsik-73" style="text;strokeColor=none;fillColor=none;align=left;verticalAlign=top;spacingLeft=4;spacingRight=4;overflow=hidden;rotatable=0;points=[[0,0.5],[1,0.5]];portConstraint=eastwest;" value="-String model" vertex="1">
          <mxGeometry height="29" width="1064" y="58.33333333333333" as="geometry" />
        </mxCell>
        <mxCell id="Z0nGbswSWOeB_pwjrsik-76" parent="Z0nGbswSWOeB_pwjrsik-73" style="text;strokeColor=none;fillColor=none;align=left;verticalAlign=top;spacingLeft=4;spacingRight=4;overflow=hidden;rotatable=0;points=[[0,0.5],[1,0.5]];portConstraint=eastwest;" value="-int warranty" vertex="1">
          <mxGeometry height="29" width="1064" y="87.33333333333333" as="geometry" />
        </mxCell>
        <mxCell id="Z0nGbswSWOeB_pwjrsik-77" parent="Z0nGbswSWOeB_pwjrsik-73" style="line;strokeWidth=1;fillColor=none;align=left;verticalAlign=middle;spacingTop=-1;spacingLeft=3;spacingRight=3;rotatable=0;labelPosition=right;points=[];portConstraint=eastwest;strokeColor=inherit;" vertex="1">
          <mxGeometry height="8" width="1064" y="116.33333333333333" as="geometry" />
        </mxCell>
        <mxCell id="Z0nGbswSWOeB_pwjrsik-78" parent="Z0nGbswSWOeB_pwjrsik-73" style="text;strokeColor=none;fillColor=none;align=left;verticalAlign=top;spacingLeft=4;spacingRight=4;overflow=hidden;rotatable=0;points=[[0,0.5],[1,0.5]];portConstraint=eastwest;" value="+Electronics(String name, String description, double startingPrice, String brand, String model, int warranty)" vertex="1">
          <mxGeometry height="29" width="1064" y="124.33333333333333" as="geometry" />
        </mxCell>
        <mxCell id="Z0nGbswSWOeB_pwjrsik-79" parent="Z0nGbswSWOeB_pwjrsik-73" style="text;strokeColor=none;fillColor=none;align=left;verticalAlign=top;spacingLeft=4;spacingRight=4;overflow=hidden;rotatable=0;points=[[0,0.5],[1,0.5]];portConstraint=eastwest;" value="+Electronics(String id, String name, String description, double startingPrice, double currentPrice, String brand, String model, int warranty)" vertex="1">
          <mxGeometry height="29" width="1064" y="153.33333333333331" as="geometry" />
        </mxCell>
        <mxCell id="Z0nGbswSWOeB_pwjrsik-80" parent="Z0nGbswSWOeB_pwjrsik-73" style="text;strokeColor=none;fillColor=none;align=left;verticalAlign=top;spacingLeft=4;spacingRight=4;overflow=hidden;rotatable=0;points=[[0,0.5],[1,0.5]];portConstraint=eastwest;" value="+getBrand() : String" vertex="1">
          <mxGeometry height="29" width="1064" y="182.33333333333331" as="geometry" />
        </mxCell>
        <mxCell id="Z0nGbswSWOeB_pwjrsik-81" parent="Z0nGbswSWOeB_pwjrsik-73" style="text;strokeColor=none;fillColor=none;align=left;verticalAlign=top;spacingLeft=4;spacingRight=4;overflow=hidden;rotatable=0;points=[[0,0.5],[1,0.5]];portConstraint=eastwest;" value="+getModel() : String" vertex="1">
          <mxGeometry height="29" width="1064" y="211.33333333333331" as="geometry" />
        </mxCell>
        <mxCell id="Z0nGbswSWOeB_pwjrsik-82" parent="Z0nGbswSWOeB_pwjrsik-73" style="text;strokeColor=none;fillColor=none;align=left;verticalAlign=top;spacingLeft=4;spacingRight=4;overflow=hidden;rotatable=0;points=[[0,0.5],[1,0.5]];portConstraint=eastwest;" value="+getWarranty() : int" vertex="1">
          <mxGeometry height="29" width="1064" y="240.33333333333331" as="geometry" />
        </mxCell>
        <mxCell id="Z0nGbswSWOeB_pwjrsik-83" parent="Z0nGbswSWOeB_pwjrsik-73" style="text;strokeColor=none;fillColor=none;align=left;verticalAlign=top;spacingLeft=4;spacingRight=4;overflow=hidden;rotatable=0;points=[[0,0.5],[1,0.5]];portConstraint=eastwest;" value="+hasWarranty() : boolean" vertex="1">
          <mxGeometry height="29" width="1064" y="269.3333333333333" as="geometry" />
        </mxCell>
        <mxCell id="Z0nGbswSWOeB_pwjrsik-84" parent="Z0nGbswSWOeB_pwjrsik-73" style="text;strokeColor=none;fillColor=none;align=left;verticalAlign=top;spacingLeft=4;spacingRight=4;overflow=hidden;rotatable=0;points=[[0,0.5],[1,0.5]];portConstraint=eastwest;" value="+getCategory() : ItemCategory" vertex="1">
          <mxGeometry height="29" width="1064" y="298.3333333333333" as="geometry" />
        </mxCell>
        <mxCell id="Z0nGbswSWOeB_pwjrsik-85" parent="Z0nGbswSWOeB_pwjrsik-73" style="text;strokeColor=none;fillColor=none;align=left;verticalAlign=top;spacingLeft=4;spacingRight=4;overflow=hidden;rotatable=0;points=[[0,0.5],[1,0.5]];portConstraint=eastwest;" value="+printInfo() : void" vertex="1">
          <mxGeometry height="29" width="1064" y="327.3333333333333" as="geometry" />
        </mxCell>
        <mxCell id="Z0nGbswSWOeB_pwjrsik-86" parent="1" style="swimlane;fontStyle=1;align=center;verticalAlign=top;childLayout=stackLayout;horizontal=1;startSize=29.818181818181817;horizontalStack=0;resizeParent=1;resizeParentMax=0;resizeLast=0;collapsible=0;marginBottom=0;" value="Art" vertex="1">
          <mxGeometry height="337.8181818181818" width="955" x="3366" y="1008" as="geometry" />
        </mxCell>
        <mxCell id="Z0nGbswSWOeB_pwjrsik-87" parent="Z0nGbswSWOeB_pwjrsik-86" style="text;strokeColor=none;fillColor=none;align=left;verticalAlign=top;spacingLeft=4;spacingRight=4;overflow=hidden;rotatable=0;points=[[0,0.5],[1,0.5]];portConstraint=eastwest;" value="-String artist" vertex="1">
          <mxGeometry height="30" width="955" y="29.818181818181817" as="geometry" />
        </mxCell>
        <mxCell id="Z0nGbswSWOeB_pwjrsik-88" parent="Z0nGbswSWOeB_pwjrsik-86" style="text;strokeColor=none;fillColor=none;align=left;verticalAlign=top;spacingLeft=4;spacingRight=4;overflow=hidden;rotatable=0;points=[[0,0.5],[1,0.5]];portConstraint=eastwest;" value="-String medium" vertex="1">
          <mxGeometry height="30" width="955" y="59.81818181818181" as="geometry" />
        </mxCell>
        <mxCell id="Z0nGbswSWOeB_pwjrsik-89" parent="Z0nGbswSWOeB_pwjrsik-86" style="text;strokeColor=none;fillColor=none;align=left;verticalAlign=top;spacingLeft=4;spacingRight=4;overflow=hidden;rotatable=0;points=[[0,0.5],[1,0.5]];portConstraint=eastwest;" value="-int year" vertex="1">
          <mxGeometry height="30" width="955" y="89.81818181818181" as="geometry" />
        </mxCell>
        <mxCell id="Z0nGbswSWOeB_pwjrsik-90" parent="Z0nGbswSWOeB_pwjrsik-86" style="line;strokeWidth=1;fillColor=none;align=left;verticalAlign=middle;spacingTop=-1;spacingLeft=3;spacingRight=3;rotatable=0;labelPosition=right;points=[];portConstraint=eastwest;strokeColor=inherit;" vertex="1">
          <mxGeometry height="8" width="955" y="119.81818181818181" as="geometry" />
        </mxCell>
        <mxCell id="Z0nGbswSWOeB_pwjrsik-91" parent="Z0nGbswSWOeB_pwjrsik-86" style="text;strokeColor=none;fillColor=none;align=left;verticalAlign=top;spacingLeft=4;spacingRight=4;overflow=hidden;rotatable=0;points=[[0,0.5],[1,0.5]];portConstraint=eastwest;" value="+Art(String name, String description, double startingPrice, String artist, String medium, int year)" vertex="1">
          <mxGeometry height="30" width="955" y="127.81818181818181" as="geometry" />
        </mxCell>
        <mxCell id="Z0nGbswSWOeB_pwjrsik-92" parent="Z0nGbswSWOeB_pwjrsik-86" style="text;strokeColor=none;fillColor=none;align=left;verticalAlign=top;spacingLeft=4;spacingRight=4;overflow=hidden;rotatable=0;points=[[0,0.5],[1,0.5]];portConstraint=eastwest;" value="+Art(String id, String name, String description, double startingPrice, double currentPrice, String artist, String medium, int year)" vertex="1">
          <mxGeometry height="30" width="955" y="157.8181818181818" as="geometry" />
        </mxCell>
        <mxCell id="Z0nGbswSWOeB_pwjrsik-93" parent="Z0nGbswSWOeB_pwjrsik-86" style="text;strokeColor=none;fillColor=none;align=left;verticalAlign=top;spacingLeft=4;spacingRight=4;overflow=hidden;rotatable=0;points=[[0,0.5],[1,0.5]];portConstraint=eastwest;" value="+getArtist() : String" vertex="1">
          <mxGeometry height="30" width="955" y="187.8181818181818" as="geometry" />
        </mxCell>
        <mxCell id="Z0nGbswSWOeB_pwjrsik-94" parent="Z0nGbswSWOeB_pwjrsik-86" style="text;strokeColor=none;fillColor=none;align=left;verticalAlign=top;spacingLeft=4;spacingRight=4;overflow=hidden;rotatable=0;points=[[0,0.5],[1,0.5]];portConstraint=eastwest;" value="+getMedium() : String" vertex="1">
          <mxGeometry height="30" width="955" y="217.8181818181818" as="geometry" />
        </mxCell>
        <mxCell id="Z0nGbswSWOeB_pwjrsik-95" parent="Z0nGbswSWOeB_pwjrsik-86" style="text;strokeColor=none;fillColor=none;align=left;verticalAlign=top;spacingLeft=4;spacingRight=4;overflow=hidden;rotatable=0;points=[[0,0.5],[1,0.5]];portConstraint=eastwest;" value="+getYear() : int" vertex="1">
          <mxGeometry height="30" width="955" y="247.8181818181818" as="geometry" />
        </mxCell>
        <mxCell id="Z0nGbswSWOeB_pwjrsik-96" parent="Z0nGbswSWOeB_pwjrsik-86" style="text;strokeColor=none;fillColor=none;align=left;verticalAlign=top;spacingLeft=4;spacingRight=4;overflow=hidden;rotatable=0;points=[[0,0.5],[1,0.5]];portConstraint=eastwest;" value="+getCategory() : ItemCategory" vertex="1">
          <mxGeometry height="30" width="955" y="277.8181818181818" as="geometry" />
        </mxCell>
        <mxCell id="Z0nGbswSWOeB_pwjrsik-97" parent="Z0nGbswSWOeB_pwjrsik-86" style="text;strokeColor=none;fillColor=none;align=left;verticalAlign=top;spacingLeft=4;spacingRight=4;overflow=hidden;rotatable=0;points=[[0,0.5],[1,0.5]];portConstraint=eastwest;" value="+printInfo() : void" vertex="1">
          <mxGeometry height="30" width="955" y="307.8181818181818" as="geometry" />
        </mxCell>
        <mxCell id="Z0nGbswSWOeB_pwjrsik-98" parent="1" style="swimlane;fontStyle=1;align=center;verticalAlign=top;childLayout=stackLayout;horizontal=1;startSize=28.923076923076923;horizontalStack=0;resizeParent=1;resizeParentMax=0;resizeLast=0;collapsible=0;marginBottom=0;" value="Vehicle" vertex="1">
          <mxGeometry height="384.9230769230769" width="1234" x="4371" y="984" as="geometry" />
        </mxCell>
        <mxCell id="Z0nGbswSWOeB_pwjrsik-99" parent="Z0nGbswSWOeB_pwjrsik-98" style="text;strokeColor=none;fillColor=none;align=left;verticalAlign=top;spacingLeft=4;spacingRight=4;overflow=hidden;rotatable=0;points=[[0,0.5],[1,0.5]];portConstraint=eastwest;" value="-String engineType" vertex="1">
          <mxGeometry height="29" width="1234" y="28.923076923076923" as="geometry" />
        </mxCell>
        <mxCell id="Z0nGbswSWOeB_pwjrsik-100" parent="Z0nGbswSWOeB_pwjrsik-98" style="text;strokeColor=none;fillColor=none;align=left;verticalAlign=top;spacingLeft=4;spacingRight=4;overflow=hidden;rotatable=0;points=[[0,0.5],[1,0.5]];portConstraint=eastwest;" value="-int modelYear" vertex="1">
          <mxGeometry height="29" width="1234" y="57.92307692307692" as="geometry" />
        </mxCell>
        <mxCell id="Z0nGbswSWOeB_pwjrsik-101" parent="Z0nGbswSWOeB_pwjrsik-98" style="text;strokeColor=none;fillColor=none;align=left;verticalAlign=top;spacingLeft=4;spacingRight=4;overflow=hidden;rotatable=0;points=[[0,0.5],[1,0.5]];portConstraint=eastwest;" value="-double mileage" vertex="1">
          <mxGeometry height="29" width="1234" y="86.92307692307692" as="geometry" />
        </mxCell>
        <mxCell id="Z0nGbswSWOeB_pwjrsik-102" parent="Z0nGbswSWOeB_pwjrsik-98" style="text;strokeColor=none;fillColor=none;align=left;verticalAlign=top;spacingLeft=4;spacingRight=4;overflow=hidden;rotatable=0;points=[[0,0.5],[1,0.5]];portConstraint=eastwest;" value="-String licensePlate" vertex="1">
          <mxGeometry height="29" width="1234" y="115.92307692307692" as="geometry" />
        </mxCell>
        <mxCell id="Z0nGbswSWOeB_pwjrsik-103" parent="Z0nGbswSWOeB_pwjrsik-98" style="line;strokeWidth=1;fillColor=none;align=left;verticalAlign=middle;spacingTop=-1;spacingLeft=3;spacingRight=3;rotatable=0;labelPosition=right;points=[];portConstraint=eastwest;strokeColor=inherit;" vertex="1">
          <mxGeometry height="8" width="1234" y="144.9230769230769" as="geometry" />
        </mxCell>
        <mxCell id="Z0nGbswSWOeB_pwjrsik-104" parent="Z0nGbswSWOeB_pwjrsik-98" style="text;strokeColor=none;fillColor=none;align=left;verticalAlign=top;spacingLeft=4;spacingRight=4;overflow=hidden;rotatable=0;points=[[0,0.5],[1,0.5]];portConstraint=eastwest;" value="+Vehicle(String name, String description, double startingPrice, String engineType, int modelYear, double mileage, String licensePlate)" vertex="1">
          <mxGeometry height="29" width="1234" y="152.9230769230769" as="geometry" />
        </mxCell>
        <mxCell id="Z0nGbswSWOeB_pwjrsik-105" parent="Z0nGbswSWOeB_pwjrsik-98" style="text;strokeColor=none;fillColor=none;align=left;verticalAlign=top;spacingLeft=4;spacingRight=4;overflow=hidden;rotatable=0;points=[[0,0.5],[1,0.5]];portConstraint=eastwest;" value="+Vehicle(String id, String name, String description, double startingPrice, double currentPrice, String engineType, int modelYear, double mileage, String licensePlate)" vertex="1">
          <mxGeometry height="29" width="1234" y="181.9230769230769" as="geometry" />
        </mxCell>
        <mxCell id="Z0nGbswSWOeB_pwjrsik-106" parent="Z0nGbswSWOeB_pwjrsik-98" style="text;strokeColor=none;fillColor=none;align=left;verticalAlign=top;spacingLeft=4;spacingRight=4;overflow=hidden;rotatable=0;points=[[0,0.5],[1,0.5]];portConstraint=eastwest;" value="+getEngineType() : String" vertex="1">
          <mxGeometry height="29" width="1234" y="210.9230769230769" as="geometry" />
        </mxCell>
        <mxCell id="Z0nGbswSWOeB_pwjrsik-107" parent="Z0nGbswSWOeB_pwjrsik-98" style="text;strokeColor=none;fillColor=none;align=left;verticalAlign=top;spacingLeft=4;spacingRight=4;overflow=hidden;rotatable=0;points=[[0,0.5],[1,0.5]];portConstraint=eastwest;" value="+getModelYear() : int" vertex="1">
          <mxGeometry height="29" width="1234" y="239.9230769230769" as="geometry" />
        </mxCell>
        <mxCell id="Z0nGbswSWOeB_pwjrsik-108" parent="Z0nGbswSWOeB_pwjrsik-98" style="text;strokeColor=none;fillColor=none;align=left;verticalAlign=top;spacingLeft=4;spacingRight=4;overflow=hidden;rotatable=0;points=[[0,0.5],[1,0.5]];portConstraint=eastwest;" value="+getMileage() : double" vertex="1">
          <mxGeometry height="29" width="1234" y="268.9230769230769" as="geometry" />
        </mxCell>
        <mxCell id="Z0nGbswSWOeB_pwjrsik-109" parent="Z0nGbswSWOeB_pwjrsik-98" style="text;strokeColor=none;fillColor=none;align=left;verticalAlign=top;spacingLeft=4;spacingRight=4;overflow=hidden;rotatable=0;points=[[0,0.5],[1,0.5]];portConstraint=eastwest;" value="+getLicensePlate() : String" vertex="1">
          <mxGeometry height="29" width="1234" y="297.9230769230769" as="geometry" />
        </mxCell>
        <mxCell id="Z0nGbswSWOeB_pwjrsik-110" parent="Z0nGbswSWOeB_pwjrsik-98" style="text;strokeColor=none;fillColor=none;align=left;verticalAlign=top;spacingLeft=4;spacingRight=4;overflow=hidden;rotatable=0;points=[[0,0.5],[1,0.5]];portConstraint=eastwest;" value="+getCategory() : ItemCategory" vertex="1">
          <mxGeometry height="29" width="1234" y="326.9230769230769" as="geometry" />
        </mxCell>
        <mxCell id="Z0nGbswSWOeB_pwjrsik-111" parent="Z0nGbswSWOeB_pwjrsik-98" style="text;strokeColor=none;fillColor=none;align=left;verticalAlign=top;spacingLeft=4;spacingRight=4;overflow=hidden;rotatable=0;points=[[0,0.5],[1,0.5]];portConstraint=eastwest;" value="+printInfo() : void" vertex="1">
          <mxGeometry height="29" width="1234" y="355.9230769230769" as="geometry" />
        </mxCell>
        <mxCell id="Z0nGbswSWOeB_pwjrsik-112" parent="1" style="swimlane;fontStyle=1;align=center;verticalAlign=top;childLayout=stackLayout;horizontal=1;startSize=27.2;horizontalStack=0;resizeParent=1;resizeParentMax=0;resizeLast=0;collapsible=0;marginBottom=0;" value="Auction" vertex="1">
-           <mxGeometry height="548.2" width="1085" x="5717" y="358" as="geometry" />
+           <mxGeometry height="521.2" width="1085" x="5717" y="358" as="geometry" />
        </mxCell>
        <mxCell id="Z0nGbswSWOeB_pwjrsik-113" parent="Z0nGbswSWOeB_pwjrsik-112" style="text;strokeColor=none;fillColor=none;align=left;verticalAlign=top;spacingLeft=4;spacingRight=4;overflow=hidden;rotatable=0;points=[[0,0.5],[1,0.5]];portConstraint=eastwest;" value="-String itemId" vertex="1">
          <mxGeometry height="27" width="1085" y="27.2" as="geometry" />
        </mxCell>
        <mxCell id="Z0nGbswSWOeB_pwjrsik-114" parent="Z0nGbswSWOeB_pwjrsik-112" style="text;strokeColor=none;fillColor=none;align=left;verticalAlign=top;spacingLeft=4;spacingRight=4;overflow=hidden;rotatable=0;points=[[0,0.5],[1,0.5]];portConstraint=eastwest;" value="-String sellerId" vertex="1">
          <mxGeometry height="27" width="1085" y="54.2" as="geometry" />
        </mxCell>
        <mxCell id="Z0nGbswSWOeB_pwjrsik-115" parent="Z0nGbswSWOeB_pwjrsik-112" style="text;strokeColor=none;fillColor=none;align=left;verticalAlign=top;spacingLeft=4;spacingRight=4;overflow=hidden;rotatable=0;points=[[0,0.5],[1,0.5]];portConstraint=eastwest;" value="-LocalDateTime startTime" vertex="1">
          <mxGeometry height="27" width="1085" y="81.2" as="geometry" />
        </mxCell>
        <mxCell id="Z0nGbswSWOeB_pwjrsik-116" parent="Z0nGbswSWOeB_pwjrsik-112" style="text;strokeColor=none;fillColor=none;align=left;verticalAlign=top;spacingLeft=4;spacingRight=4;overflow=hidden;rotatable=0;points=[[0,0.5],[1,0.5]];portConstraint=eastwest;" value="-LocalDateTime endTime" vertex="1">
          <mxGeometry height="27" width="1085" y="108.2" as="geometry" />
        </mxCell>
        <mxCell id="Z0nGbswSWOeB_pwjrsik-117" parent="Z0nGbswSWOeB_pwjrsik-112" style="text;strokeColor=none;fillColor=none;align=left;verticalAlign=top;spacingLeft=4;spacingRight=4;overflow=hidden;rotatable=0;points=[[0,0.5],[1,0.5]];portConstraint=eastwest;" value="-double startingPrice" vertex="1">
          <mxGeometry height="27" width="1085" y="135.2" as="geometry" />
        </mxCell>
        <mxCell id="Z0nGbswSWOeB_pwjrsik-118" parent="Z0nGbswSWOeB_pwjrsik-112" style="text;strokeColor=none;fillColor=none;align=left;verticalAlign=top;spacingLeft=4;spacingRight=4;overflow=hidden;rotatable=0;points=[[0,0.5],[1,0.5]];portConstraint=eastwest;" value="-double currentHighestBid" vertex="1">
          <mxGeometry height="27" width="1085" y="162.2" as="geometry" />
        </mxCell>
        <mxCell id="Z0nGbswSWOeB_pwjrsik-119" parent="Z0nGbswSWOeB_pwjrsik-112" style="text;strokeColor=none;fillColor=none;align=left;verticalAlign=top;spacingLeft=4;spacingRight=4;overflow=hidden;rotatable=0;points=[[0,0.5],[1,0.5]];portConstraint=eastwest;" value="-String highestBidderId" vertex="1">
          <mxGeometry height="27" width="1085" y="189.2" as="geometry" />
        </mxCell>
        <mxCell id="Z0nGbswSWOeB_pwjrsik-120" parent="Z0nGbswSWOeB_pwjrsik-112" style="text;strokeColor=none;fillColor=none;align=left;verticalAlign=top;spacingLeft=4;spacingRight=4;overflow=hidden;rotatable=0;points=[[0,0.5],[1,0.5]];portConstraint=eastwest;" value="-AuctionStatus status" vertex="1">
          <mxGeometry height="27" width="1085" y="216.2" as="geometry" />
        </mxCell>
        <mxCell id="Z0nGbswSWOeB_pwjrsik-121" parent="Z0nGbswSWOeB_pwjrsik-112" style="text;strokeColor=none;fillColor=none;align=left;verticalAlign=top;spacingLeft=4;spacingRight=4;overflow=hidden;rotatable=0;points=[[0,0.5],[1,0.5]];portConstraint=eastwest;" value="-int antiSnipeCount" vertex="1">
          <mxGeometry height="27" width="1085" y="243.2" as="geometry" />
        </mxCell>
        <mxCell id="Z0nGbswSWOeB_pwjrsik-122" parent="Z0nGbswSWOeB_pwjrsik-112" style="text;strokeColor=none;fillColor=none;align=left;verticalAlign=top;spacingLeft=4;spacingRight=4;overflow=hidden;rotatable=0;points=[[0,0.5],[1,0.5]];portConstraint=eastwest;" value="-List&lt;BidTransaction&gt; bidHistory" vertex="1">
          <mxGeometry height="27" width="1085" y="270.2" as="geometry" />
        </mxCell>
        <mxCell id="Z0nGbswSWOeB_pwjrsik-123" parent="Z0nGbswSWOeB_pwjrsik-112" style="text;strokeColor=none;fillColor=none;align=left;verticalAlign=top;spacingLeft=4;spacingRight=4;overflow=hidden;rotatable=0;points=[[0,0.5],[1,0.5]];portConstraint=eastwest;" value="-List&lt;AuctionClient&gt; clientList" vertex="1">
          <mxGeometry height="27" width="1085" y="297.2" as="geometry" />
        </mxCell>
        <mxCell id="Z0nGbswSWOeB_pwjrsik-124" parent="Z0nGbswSWOeB_pwjrsik-112" style="text;strokeColor=none;fillColor=none;align=left;verticalAlign=top;spacingLeft=4;spacingRight=4;overflow=hidden;rotatable=0;points=[[0,0.5],[1,0.5]];portConstraint=eastwest;" value="-double minimumBidIncrement" vertex="1">
          <mxGeometry height="27" width="1085" y="324.2" as="geometry" />
        </mxCell>
        <mxCell id="Z0nGbswSWOeB_pwjrsik-125" parent="Z0nGbswSWOeB_pwjrsik-112" style="line;strokeWidth=1;fillColor=none;align=left;verticalAlign=middle;spacingTop=-1;spacingLeft=3;spacingRight=3;rotatable=0;labelPosition=right;points=[];portConstraint=eastwest;strokeColor=inherit;" vertex="1">
          <mxGeometry height="8" width="1085" y="351.2" as="geometry" />
        </mxCell>
        <mxCell id="Z0nGbswSWOeB_pwjrsik-126" parent="Z0nGbswSWOeB_pwjrsik-112" style="text;strokeColor=none;fillColor=none;align=left;verticalAlign=top;spacingLeft=4;spacingRight=4;overflow=hidden;rotatable=0;points=[[0,0.5],[1,0.5]];portConstraint=eastwest;" value="+Auction(String itemId, String sellerId, LocalDateTime startTime, LocalDateTime endTime, double startingPrice, double minimumBidIncrement)" vertex="1">
          <mxGeometry height="27" width="1085" y="359.2" as="geometry" />
        </mxCell>
        <mxCell id="Z0nGbswSWOeB_pwjrsik-127" parent="Z0nGbswSWOeB_pwjrsik-112" style="text;strokeColor=none;fillColor=none;align=left;verticalAlign=top;spacingLeft=4;spacingRight=4;overflow=hidden;rotatable=0;points=[[0,0.5],[1,0.5]];portConstraint=eastwest;" value="+updateStatus() : void" vertex="1">
          <mxGeometry height="27" width="1085" y="386.2" as="geometry" />
        </mxCell>
        <mxCell id="Z0nGbswSWOeB_pwjrsik-128" parent="Z0nGbswSWOeB_pwjrsik-112" style="text;strokeColor=none;fillColor=none;align=left;verticalAlign=top;spacingLeft=4;spacingRight=4;overflow=hidden;rotatable=0;points=[[0,0.5],[1,0.5]];portConstraint=eastwest;" value="+isActive() : boolean" vertex="1">
          <mxGeometry height="27" width="1085" y="413.2" as="geometry" />
        </mxCell>
        <mxCell id="Z0nGbswSWOeB_pwjrsik-129" parent="Z0nGbswSWOeB_pwjrsik-112" style="text;strokeColor=none;fillColor=none;align=left;verticalAlign=top;spacingLeft=4;spacingRight=4;overflow=hidden;rotatable=0;points=[[0,0.5],[1,0.5]];portConstraint=eastwest;" value="+addClient(AuctionClient client) : void" vertex="1">
          <mxGeometry height="27" width="1085" y="440.2" as="geometry" />
        </mxCell>
        <mxCell id="Z0nGbswSWOeB_pwjrsik-130" parent="Z0nGbswSWOeB_pwjrsik-112" style="text;strokeColor=none;fillColor=none;align=left;verticalAlign=top;spacingLeft=4;spacingRight=4;overflow=hidden;rotatable=0;points=[[0,0.5],[1,0.5]];portConstraint=eastwest;" value="+removeClient(AuctionClient client) : void" vertex="1">
          <mxGeometry height="27" width="1085" y="467.2" as="geometry" />
        </mxCell>
-         <mxCell id="Z0nGbswSWOeB_pwjrsik-131" parent="Z0nGbswSWOeB_pwjrsik-112" style="text;strokeColor=none;fillColor=none;align=left;verticalAlign=top;spacingLeft=4;spacingRight=4;overflow=hidden;rotatable=0;points=[[0,0.5],[1,0.5]];portConstraint=eastwest;" value="+forcefullyRemoveClient(AuctionClient client) : void" vertex="1">
+         <mxCell id="Z0nGbswSWOeB_pwjrsik-132" parent="Z0nGbswSWOeB_pwjrsik-112" style="text;strokeColor=none;fillColor=none;align=left;verticalAlign=top;spacingLeft=4;spacingRight=4;overflow=hidden;rotatable=0;points=[[0,0.5],[1,0.5]];portConstraint=eastwest;" value="+findHighestBid() : BidTransaction" vertex="1">
          <mxGeometry height="27" width="1085" y="494.2" as="geometry" />
-         </mxCell>
-         <mxCell id="Z0nGbswSWOeB_pwjrsik-132" parent="Z0nGbswSWOeB_pwjrsik-112" style="text;strokeColor=none;fillColor=none;align=left;verticalAlign=top;spacingLeft=4;spacingRight=4;overflow=hidden;rotatable=0;points=[[0,0.5],[1,0.5]];portConstraint=eastwest;" value="+findHighestBid() : BidTransaction" vertex="1">
-           <mxGeometry height="27" width="1085" y="521.2" as="geometry" />
        </mxCell>
        <mxCell id="Z0nGbswSWOeB_pwjrsik-133" parent="1" style="swimlane;fontStyle=1;align=center;verticalAlign=top;childLayout=stackLayout;horizontal=1;startSize=32;horizontalStack=0;resizeParent=1;resizeParentMax=0;resizeLast=0;collapsible=0;marginBottom=0;" value="BidTransaction" vertex="1">
          <mxGeometry height="264" width="575" x="5972" y="1044" as="geometry" />
        </mxCell>
        <mxCell id="Z0nGbswSWOeB_pwjrsik-134" parent="Z0nGbswSWOeB_pwjrsik-133" style="text;strokeColor=none;fillColor=none;align=left;verticalAlign=top;spacingLeft=4;spacingRight=4;overflow=hidden;rotatable=0;points=[[0,0.5],[1,0.5]];portConstraint=eastwest;" value="-String auctionId" vertex="1">
          <mxGeometry height="32" width="575" y="32" as="geometry" />
        </mxCell>
        <mxCell id="Z0nGbswSWOeB_pwjrsik-135" parent="Z0nGbswSWOeB_pwjrsik-133" style="text;strokeColor=none;fillColor=none;align=left;verticalAlign=top;spacingLeft=4;spacingRight=4;overflow=hidden;rotatable=0;points=[[0,0.5],[1,0.5]];portConstraint=eastwest;" value="-String bidderId" vertex="1">
          <mxGeometry height="32" width="575" y="64" as="geometry" />
        </mxCell>
        <mxCell id="Z0nGbswSWOeB_pwjrsik-136" parent="Z0nGbswSWOeB_pwjrsik-133" style="text;strokeColor=none;fillColor=none;align=left;verticalAlign=top;spacingLeft=4;spacingRight=4;overflow=hidden;rotatable=0;points=[[0,0.5],[1,0.5]];portConstraint=eastwest;" value="-double bidAmount" vertex="1">
          <mxGeometry height="32" width="575" y="96" as="geometry" />
        </mxCell>
        <mxCell id="Z0nGbswSWOeB_pwjrsik-137" parent="Z0nGbswSWOeB_pwjrsik-133" style="text;strokeColor=none;fillColor=none;align=left;verticalAlign=top;spacingLeft=4;spacingRight=4;overflow=hidden;rotatable=0;points=[[0,0.5],[1,0.5]];portConstraint=eastwest;" value="-LocalDateTime timestamp" vertex="1">
          <mxGeometry height="32" width="575" y="128" as="geometry" />
        </mxCell>
        <mxCell id="Z0nGbswSWOeB_pwjrsik-138" parent="Z0nGbswSWOeB_pwjrsik-133" style="text;strokeColor=none;fillColor=none;align=left;verticalAlign=top;spacingLeft=4;spacingRight=4;overflow=hidden;rotatable=0;points=[[0,0.5],[1,0.5]];portConstraint=eastwest;" value="-BidStatus status" vertex="1">
          <mxGeometry height="32" width="575" y="160" as="geometry" />
        </mxCell>
        <mxCell id="Z0nGbswSWOeB_pwjrsik-139" parent="Z0nGbswSWOeB_pwjrsik-133" style="line;strokeWidth=1;fillColor=none;align=left;verticalAlign=middle;spacingTop=-1;spacingLeft=3;spacingRight=3;rotatable=0;labelPosition=right;points=[];portConstraint=eastwest;strokeColor=inherit;" vertex="1">
          <mxGeometry height="8" width="575" y="192" as="geometry" />
        </mxCell>
        <mxCell id="Z0nGbswSWOeB_pwjrsik-140" parent="Z0nGbswSWOeB_pwjrsik-133" style="text;strokeColor=none;fillColor=none;align=left;verticalAlign=top;spacingLeft=4;spacingRight=4;overflow=hidden;rotatable=0;points=[[0,0.5],[1,0.5]];portConstraint=eastwest;" value="+BidTransaction(String auctionId, String bidderId, double bidAmount)" vertex="1">
          <mxGeometry height="32" width="575" y="200" as="geometry" />
        </mxCell>
        <mxCell id="Z0nGbswSWOeB_pwjrsik-141" parent="Z0nGbswSWOeB_pwjrsik-133" style="text;strokeColor=none;fillColor=none;align=left;verticalAlign=top;spacingLeft=4;spacingRight=4;overflow=hidden;rotatable=0;points=[[0,0.5],[1,0.5]];portConstraint=eastwest;" value="+validate(Auction auction) : boolean" vertex="1">
          <mxGeometry height="32" width="575" y="232" as="geometry" />
        </mxCell>
        <mxCell id="Z0nGbswSWOeB_pwjrsik-142" parent="1" style="swimlane;fontStyle=1;align=center;verticalAlign=top;childLayout=stackLayout;horizontal=1;startSize=55.199999999999996;horizontalStack=0;resizeParent=1;resizeParentMax=0;resizeLast=0;collapsible=0;marginBottom=0;" value="&lt;&lt;enumeration&gt;&gt;&#xa;ItemCategory" vertex="1">
          <mxGeometry height="184.2" width="174" x="5655" y="1080" as="geometry" />
        </mxCell>
        <mxCell id="Z0nGbswSWOeB_pwjrsik-143" parent="Z0nGbswSWOeB_pwjrsik-142" style="text;strokeColor=none;fillColor=none;align=left;verticalAlign=top;spacingLeft=4;spacingRight=4;overflow=hidden;rotatable=0;points=[[0,0.5],[1,0.5]];portConstraint=eastwest;" value="ELECTRONICS" vertex="1">
          <mxGeometry height="37" width="174" y="55.199999999999996" as="geometry" />
        </mxCell>
        <mxCell id="Z0nGbswSWOeB_pwjrsik-144" parent="Z0nGbswSWOeB_pwjrsik-142" style="text;strokeColor=none;fillColor=none;align=left;verticalAlign=top;spacingLeft=4;spacingRight=4;overflow=hidden;rotatable=0;points=[[0,0.5],[1,0.5]];portConstraint=eastwest;" value="ART" vertex="1">
          <mxGeometry height="37" width="174" y="92.19999999999999" as="geometry" />
        </mxCell>
        <mxCell id="Z0nGbswSWOeB_pwjrsik-145" parent="Z0nGbswSWOeB_pwjrsik-142" style="text;strokeColor=none;fillColor=none;align=left;verticalAlign=top;spacingLeft=4;spacingRight=4;overflow=hidden;rotatable=0;points=[[0,0.5],[1,0.5]];portConstraint=eastwest;" value="VEHICLE" vertex="1">
          <mxGeometry height="37" width="174" y="129.2" as="geometry" />
        </mxCell>
        <mxCell id="Z0nGbswSWOeB_pwjrsik-146" parent="Z0nGbswSWOeB_pwjrsik-142" style="line;strokeWidth=1;fillColor=none;align=left;verticalAlign=middle;spacingTop=-1;spacingLeft=3;spacingRight=3;rotatable=0;labelPosition=right;points=[];portConstraint=eastwest;strokeColor=inherit;" vertex="1">
          <mxGeometry height="18" width="174" y="166.2" as="geometry" />
        </mxCell>
        <mxCell id="Z0nGbswSWOeB_pwjrsik-147" parent="1" style="swimlane;fontStyle=1;align=center;verticalAlign=top;childLayout=stackLayout;horizontal=1;startSize=49.71428571428572;horizontalStack=0;resizeParent=1;resizeParentMax=0;resizeLast=0;collapsible=0;marginBottom=0;" value="&lt;&lt;enumeration&gt;&gt;&#xa;AuctionStatus" vertex="1">
          <mxGeometry height="231.71428571428572" width="152" x="6719" y="1056" as="geometry" />
        </mxCell>
        <mxCell id="Z0nGbswSWOeB_pwjrsik-148" parent="Z0nGbswSWOeB_pwjrsik-147" style="text;strokeColor=none;fillColor=none;align=left;verticalAlign=top;spacingLeft=4;spacingRight=4;overflow=hidden;rotatable=0;points=[[0,0.5],[1,0.5]];portConstraint=eastwest;" value="OPEN" vertex="1">
          <mxGeometry height="33" width="152" y="49.71428571428572" as="geometry" />
        </mxCell>
        <mxCell id="Z0nGbswSWOeB_pwjrsik-149" parent="Z0nGbswSWOeB_pwjrsik-147" style="text;strokeColor=none;fillColor=none;align=left;verticalAlign=top;spacingLeft=4;spacingRight=4;overflow=hidden;rotatable=0;points=[[0,0.5],[1,0.5]];portConstraint=eastwest;" value="RUNNING" vertex="1">
          <mxGeometry height="33" width="152" y="82.71428571428572" as="geometry" />
        </mxCell>
        <mxCell id="Z0nGbswSWOeB_pwjrsik-150" parent="Z0nGbswSWOeB_pwjrsik-147" style="text;strokeColor=none;fillColor=none;align=left;verticalAlign=top;spacingLeft=4;spacingRight=4;overflow=hidden;rotatable=0;points=[[0,0.5],[1,0.5]];portConstraint=eastwest;" value="FINISHED" vertex="1">
          <mxGeometry height="33" width="152" y="115.71428571428572" as="geometry" />
        </mxCell>
        <mxCell id="Z0nGbswSWOeB_pwjrsik-151" parent="Z0nGbswSWOeB_pwjrsik-147" style="text;strokeColor=none;fillColor=none;align=left;verticalAlign=top;spacingLeft=4;spacingRight=4;overflow=hidden;rotatable=0;points=[[0,0.5],[1,0.5]];portConstraint=eastwest;" value="PAID" vertex="1">
          <mxGeometry height="33" width="152" y="148.71428571428572" as="geometry" />
        </mxCell>
        <mxCell id="Z0nGbswSWOeB_pwjrsik-152" parent="Z0nGbswSWOeB_pwjrsik-147" style="text;strokeColor=none;fillColor=none;align=left;verticalAlign=top;spacingLeft=4;spacingRight=4;overflow=hidden;rotatable=0;points=[[0,0.5],[1,0.5]];portConstraint=eastwest;" value="CANCELED" vertex="1">
          <mxGeometry height="33" width="152" y="181.71428571428572" as="geometry" />
        </mxCell>
        <mxCell id="Z0nGbswSWOeB_pwjrsik-153" parent="Z0nGbswSWOeB_pwjrsik-147" style="line;strokeWidth=1;fillColor=none;align=left;verticalAlign=middle;spacingTop=-1;spacingLeft=3;spacingRight=3;rotatable=0;labelPosition=right;points=[];portConstraint=eastwest;strokeColor=inherit;" vertex="1">
          <mxGeometry height="17" width="152" y="214.71428571428572" as="geometry" />
        </mxCell>
        <mxCell id="Z0nGbswSWOeB_pwjrsik-154" parent="1" style="swimlane;fontStyle=1;align=center;verticalAlign=top;childLayout=stackLayout;horizontal=1;startSize=55.199999999999996;horizontalStack=0;resizeParent=1;resizeParentMax=0;resizeLast=0;collapsible=0;marginBottom=0;" value="&lt;&lt;enumeration&gt;&gt;&#xa;BidStatus" vertex="1">
          <mxGeometry height="184.2" width="152" x="6183" y="1442" as="geometry" />
        </mxCell>
        <mxCell id="Z0nGbswSWOeB_pwjrsik-155" parent="Z0nGbswSWOeB_pwjrsik-154" style="text;strokeColor=none;fillColor=none;align=left;verticalAlign=top;spacingLeft=4;spacingRight=4;overflow=hidden;rotatable=0;points=[[0,0.5],[1,0.5]];portConstraint=eastwest;" value="ACCEPTED" vertex="1">
          <mxGeometry height="37" width="152" y="55.199999999999996" as="geometry" />
        </mxCell>
        <mxCell id="Z0nGbswSWOeB_pwjrsik-156" parent="Z0nGbswSWOeB_pwjrsik-154" style="text;strokeColor=none;fillColor=none;align=left;verticalAlign=top;spacingLeft=4;spacingRight=4;overflow=hidden;rotatable=0;points=[[0,0.5],[1,0.5]];portConstraint=eastwest;" value="REJECTED" vertex="1">
          <mxGeometry height="37" width="152" y="92.19999999999999" as="geometry" />
        </mxCell>
        <mxCell id="Z0nGbswSWOeB_pwjrsik-157" parent="Z0nGbswSWOeB_pwjrsik-154" style="text;strokeColor=none;fillColor=none;align=left;verticalAlign=top;spacingLeft=4;spacingRight=4;overflow=hidden;rotatable=0;points=[[0,0.5],[1,0.5]];portConstraint=eastwest;" value="WINNING" vertex="1">
          <mxGeometry height="37" width="152" y="129.2" as="geometry" />
        </mxCell>
        <mxCell id="Z0nGbswSWOeB_pwjrsik-158" parent="Z0nGbswSWOeB_pwjrsik-154" style="line;strokeWidth=1;fillColor=none;align=left;verticalAlign=middle;spacingTop=-1;spacingLeft=3;spacingRight=3;rotatable=0;labelPosition=right;points=[];portConstraint=eastwest;strokeColor=inherit;" vertex="1">
          <mxGeometry height="18" width="152" y="166.2" as="geometry" />
        </mxCell>
        <mxCell id="Z0nGbswSWOeB_pwjrsik-159" edge="1" parent="1" source="Z0nGbswSWOeB_pwjrsik-1" style="curved=1;startArrow=block;startSize=16;startFill=0;endArrow=none;exitX=0;exitY=0.52;entryX=0.5;entryY=0;rounded=0;" target="Z0nGbswSWOeB_pwjrsik-10" value="">
          <mxGeometry relative="1" as="geometry">
            <Array as="points">
              <mxPoint x="1101" y="333" />
            </Array>
          </mxGeometry>
        </mxCell>
        <mxCell id="Z0nGbswSWOeB_pwjrsik-160" edge="1" parent="1" source="Z0nGbswSWOeB_pwjrsik-10" style="curved=1;startArrow=block;startSize=16;startFill=0;endArrow=none;exitX=0;exitY=0.75;entryX=0.5;entryY=0;rounded=0;" target="Z0nGbswSWOeB_pwjrsik-25" value="">
          <mxGeometry relative="1" as="geometry">
            <Array as="points">
              <mxPoint x="341" y="947" />
            </Array>
          </mxGeometry>
        </mxCell>
        <mxCell id="Z0nGbswSWOeB_pwjrsik-161" edge="1" parent="1" source="Z0nGbswSWOeB_pwjrsik-10" style="curved=1;startArrow=block;startSize=16;startFill=0;endArrow=none;exitX=0.5;exitY=1;entryX=0.5;entryY=0;rounded=0;" target="Z0nGbswSWOeB_pwjrsik-37" value="">
          <mxGeometry relative="1" as="geometry">
            <Array as="points" />
          </mxGeometry>
        </mxCell>
        <mxCell id="Z0nGbswSWOeB_pwjrsik-162" edge="1" parent="1" source="Z0nGbswSWOeB_pwjrsik-10" style="curved=1;startArrow=block;startSize=16;startFill=0;endArrow=none;exitX=1;exitY=0.74;entryX=0.5;entryY=0;rounded=0;" target="Z0nGbswSWOeB_pwjrsik-48" value="">
          <mxGeometry relative="1" as="geometry">
            <Array as="points">
              <mxPoint x="1872" y="947" />
            </Array>
          </mxGeometry>
        </mxCell>
        <mxCell id="Z0nGbswSWOeB_pwjrsik-163" edge="1" parent="1" source="Z0nGbswSWOeB_pwjrsik-1" style="curved=1;startArrow=block;startSize=16;startFill=0;endArrow=none;exitX=0;exitY=0.66;entryX=0.5;entryY=0;rounded=0;" target="Z0nGbswSWOeB_pwjrsik-56" value="">
          <mxGeometry relative="1" as="geometry">
            <Array as="points">
              <mxPoint x="4416" y="333" />
            </Array>
          </mxGeometry>
        </mxCell>
        <mxCell id="Z0nGbswSWOeB_pwjrsik-164" edge="1" parent="1" source="Z0nGbswSWOeB_pwjrsik-56" style="curved=1;startArrow=block;startSize=16;startFill=0;endArrow=none;exitX=0;exitY=0.64;entryX=0.5;entryY=0;rounded=0;" target="Z0nGbswSWOeB_pwjrsik-73" value="">
          <mxGeometry relative="1" as="geometry">
            <Array as="points">
              <mxPoint x="2784" y="947" />
            </Array>
          </mxGeometry>
        </mxCell>
        <mxCell id="Z0nGbswSWOeB_pwjrsik-165" edge="1" parent="1" source="Z0nGbswSWOeB_pwjrsik-56" style="curved=1;startArrow=block;startSize=16;startFill=0;endArrow=none;exitX=0;exitY=0.91;entryX=0.5;entryY=0;rounded=0;" target="Z0nGbswSWOeB_pwjrsik-86" value="">
          <mxGeometry relative="1" as="geometry">
            <Array as="points">
              <mxPoint x="3844" y="947" />
            </Array>
          </mxGeometry>
        </mxCell>
        <mxCell id="Z0nGbswSWOeB_pwjrsik-166" edge="1" parent="1" source="Z0nGbswSWOeB_pwjrsik-56" style="curved=1;startArrow=block;startSize=16;startFill=0;endArrow=none;exitX=1;exitY=0.91;entryX=0.5;entryY=0;rounded=0;" target="Z0nGbswSWOeB_pwjrsik-98" value="">
          <mxGeometry relative="1" as="geometry">
            <Array as="points">
              <mxPoint x="4988" y="947" />
            </Array>
          </mxGeometry>
        </mxCell>
        <mxCell id="Z0nGbswSWOeB_pwjrsik-167" edge="1" parent="1" source="Z0nGbswSWOeB_pwjrsik-1" style="curved=1;startArrow=block;startSize=16;startFill=0;endArrow=none;exitX=1;exitY=0.56;entryX=0.5;entryY=0;rounded=0;" target="Z0nGbswSWOeB_pwjrsik-112" value="">
          <mxGeometry relative="1" as="geometry">
            <Array as="points">
              <mxPoint x="6259" y="333" />
            </Array>
          </mxGeometry>
        </mxCell>
        <mxCell id="Z0nGbswSWOeB_pwjrsik-168" edge="1" parent="1" source="Z0nGbswSWOeB_pwjrsik-1" style="curved=1;startArrow=block;startSize=16;startFill=0;endArrow=none;exitX=1;exitY=0.54;entryX=1;entryY=0.07;rounded=0;" target="Z0nGbswSWOeB_pwjrsik-133" value="">
          <mxGeometry relative="1" as="geometry">
            <Array as="points">
              <mxPoint x="6837" y="333" />
              <mxPoint x="6837" y="947" />
            </Array>
          </mxGeometry>
        </mxCell>
        <mxCell id="Z0nGbswSWOeB_pwjrsik-169" edge="1" parent="1" source="Z0nGbswSWOeB_pwjrsik-112" style="curved=1;startArrow=diamondThin;startSize=14;startFill=1;endArrow=none;exitX=0.29;exitY=1;entryX=0.25;entryY=0;rounded=0;" target="Z0nGbswSWOeB_pwjrsik-133" value="bidHistory">
          <mxGeometry relative="1" as="geometry">
            <Array as="points">
              <mxPoint x="6007" y="947" />
            </Array>
          </mxGeometry>
        </mxCell>
        <mxCell id="Z0nGbswSWOeB_pwjrsik-170" parent="Z0nGbswSWOeB_pwjrsik-169" style="edgeLabel;resizable=0;labelBackgroundColor=none;fontSize=12;align=right;verticalAlign=top;" value="1" vertex="1">
          <mxGeometry relative="1" x="-1" as="geometry" />
        </mxCell>
        <mxCell id="Z0nGbswSWOeB_pwjrsik-171" parent="Z0nGbswSWOeB_pwjrsik-169" style="edgeLabel;resizable=0;labelBackgroundColor=none;fontSize=12;align=left;verticalAlign=bottom;" value="many" vertex="1">
          <mxGeometry relative="1" x="1" as="geometry" />
        </mxCell>
        <mxCell id="Z0nGbswSWOeB_pwjrsik-172" edge="1" parent="1" source="Z0nGbswSWOeB_pwjrsik-56" style="curved=1;startArrow=none;endArrow=open;endSize=12;exitX=1;exitY=0.68;entryX=0.5;entryY=0;rounded=0;" target="Z0nGbswSWOeB_pwjrsik-142" value="getCategory()">
          <mxGeometry relative="1" as="geometry">
            <Array as="points">
              <mxPoint x="5742" y="947" />
            </Array>
          </mxGeometry>
        </mxCell>
        <mxCell id="Z0nGbswSWOeB_pwjrsik-173" edge="1" parent="1" source="Z0nGbswSWOeB_pwjrsik-112" style="curved=1;startArrow=none;endArrow=open;endSize=12;exitX=0.72;exitY=1;entryX=0;entryY=0.23;rounded=0;" target="Z0nGbswSWOeB_pwjrsik-147" value="status">
          <mxGeometry relative="1" as="geometry">
            <Array as="points">
              <mxPoint x="6527" y="947" />
            </Array>
          </mxGeometry>
        </mxCell>
        <mxCell id="Z0nGbswSWOeB_pwjrsik-174" edge="1" parent="1" source="Z0nGbswSWOeB_pwjrsik-133" style="curved=1;startArrow=none;endArrow=open;endSize=12;exitX=0.5;exitY=1;entryX=0.5;entryY=0;rounded=0;" target="Z0nGbswSWOeB_pwjrsik-154" value="status">
          <mxGeometry relative="1" as="geometry">
            <Array as="points" />
          </mxGeometry>
        </mxCell>
      </root>
    </mxGraphModel>
  </diagram>
</mxfile>
